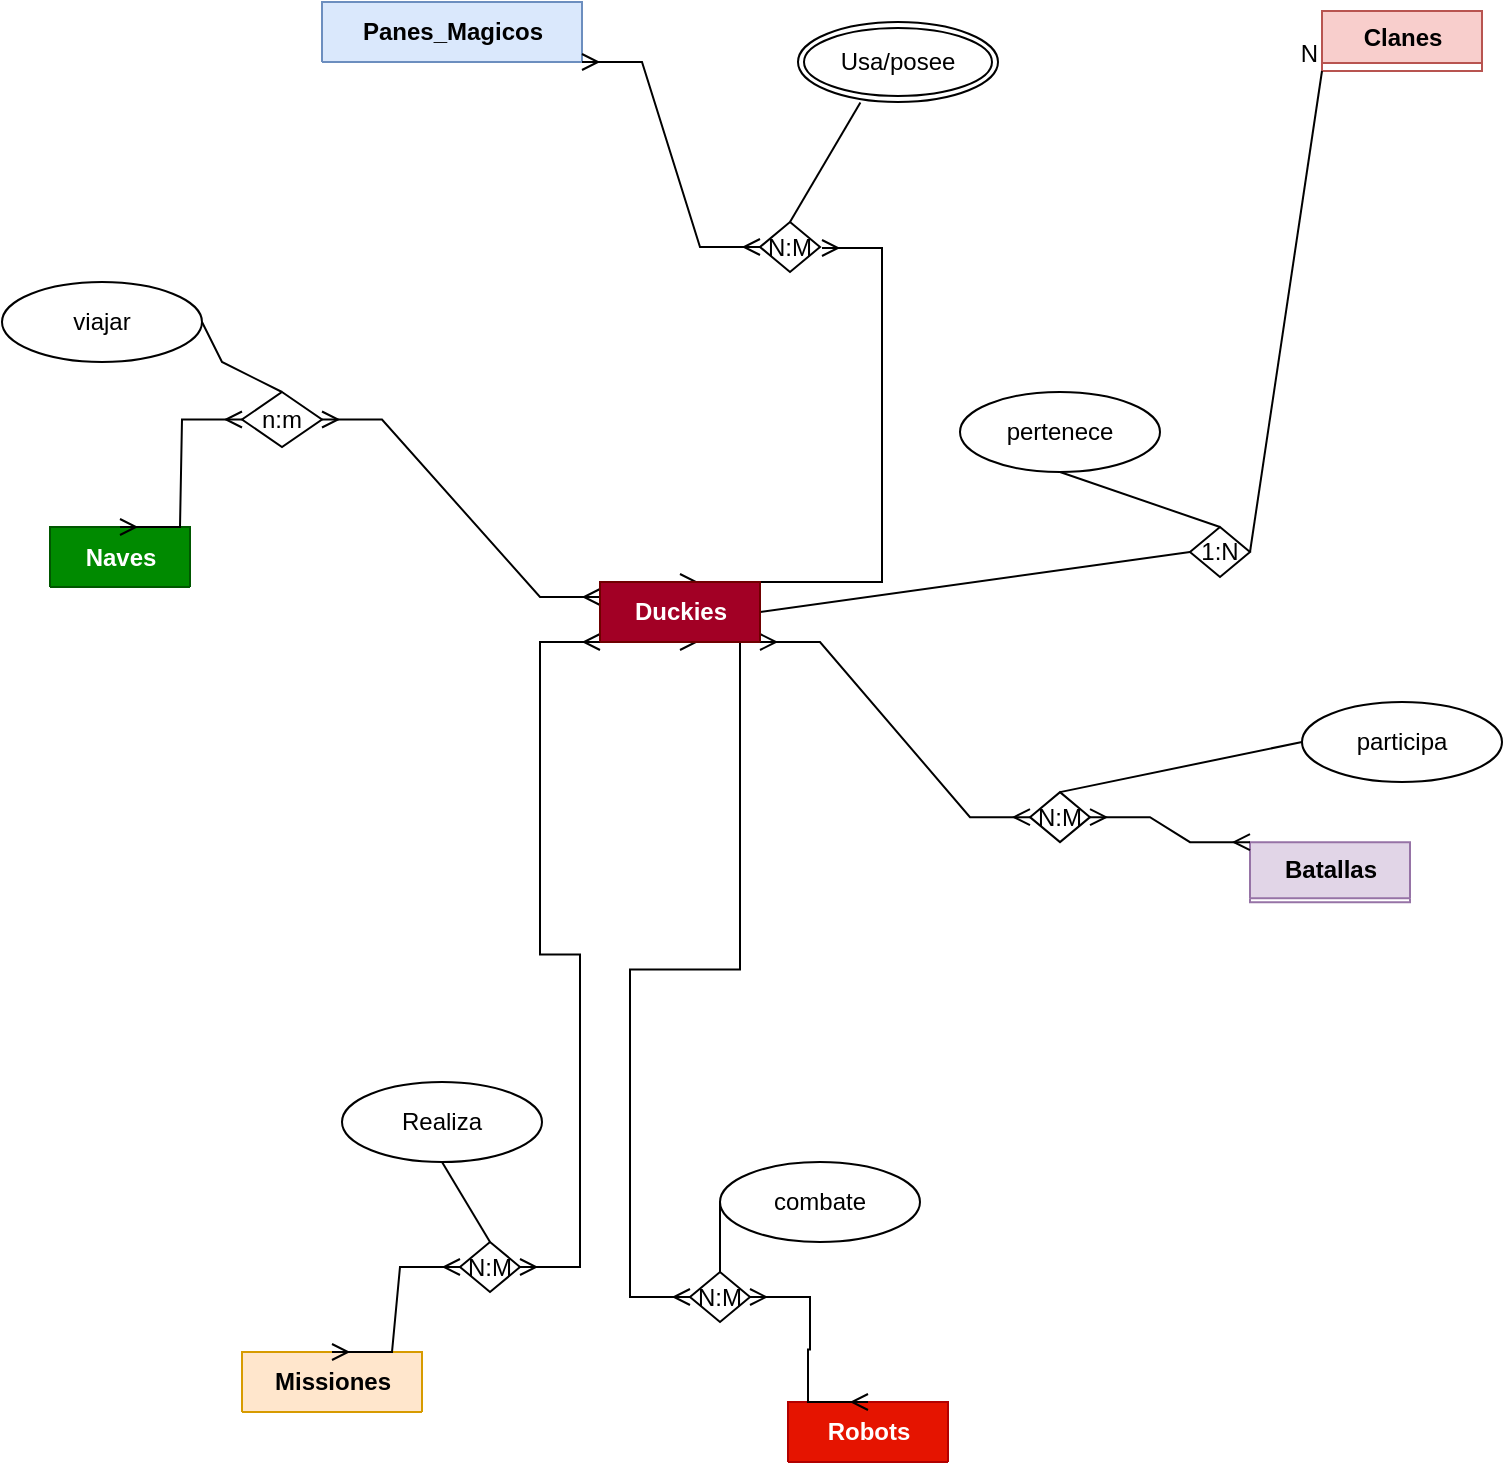
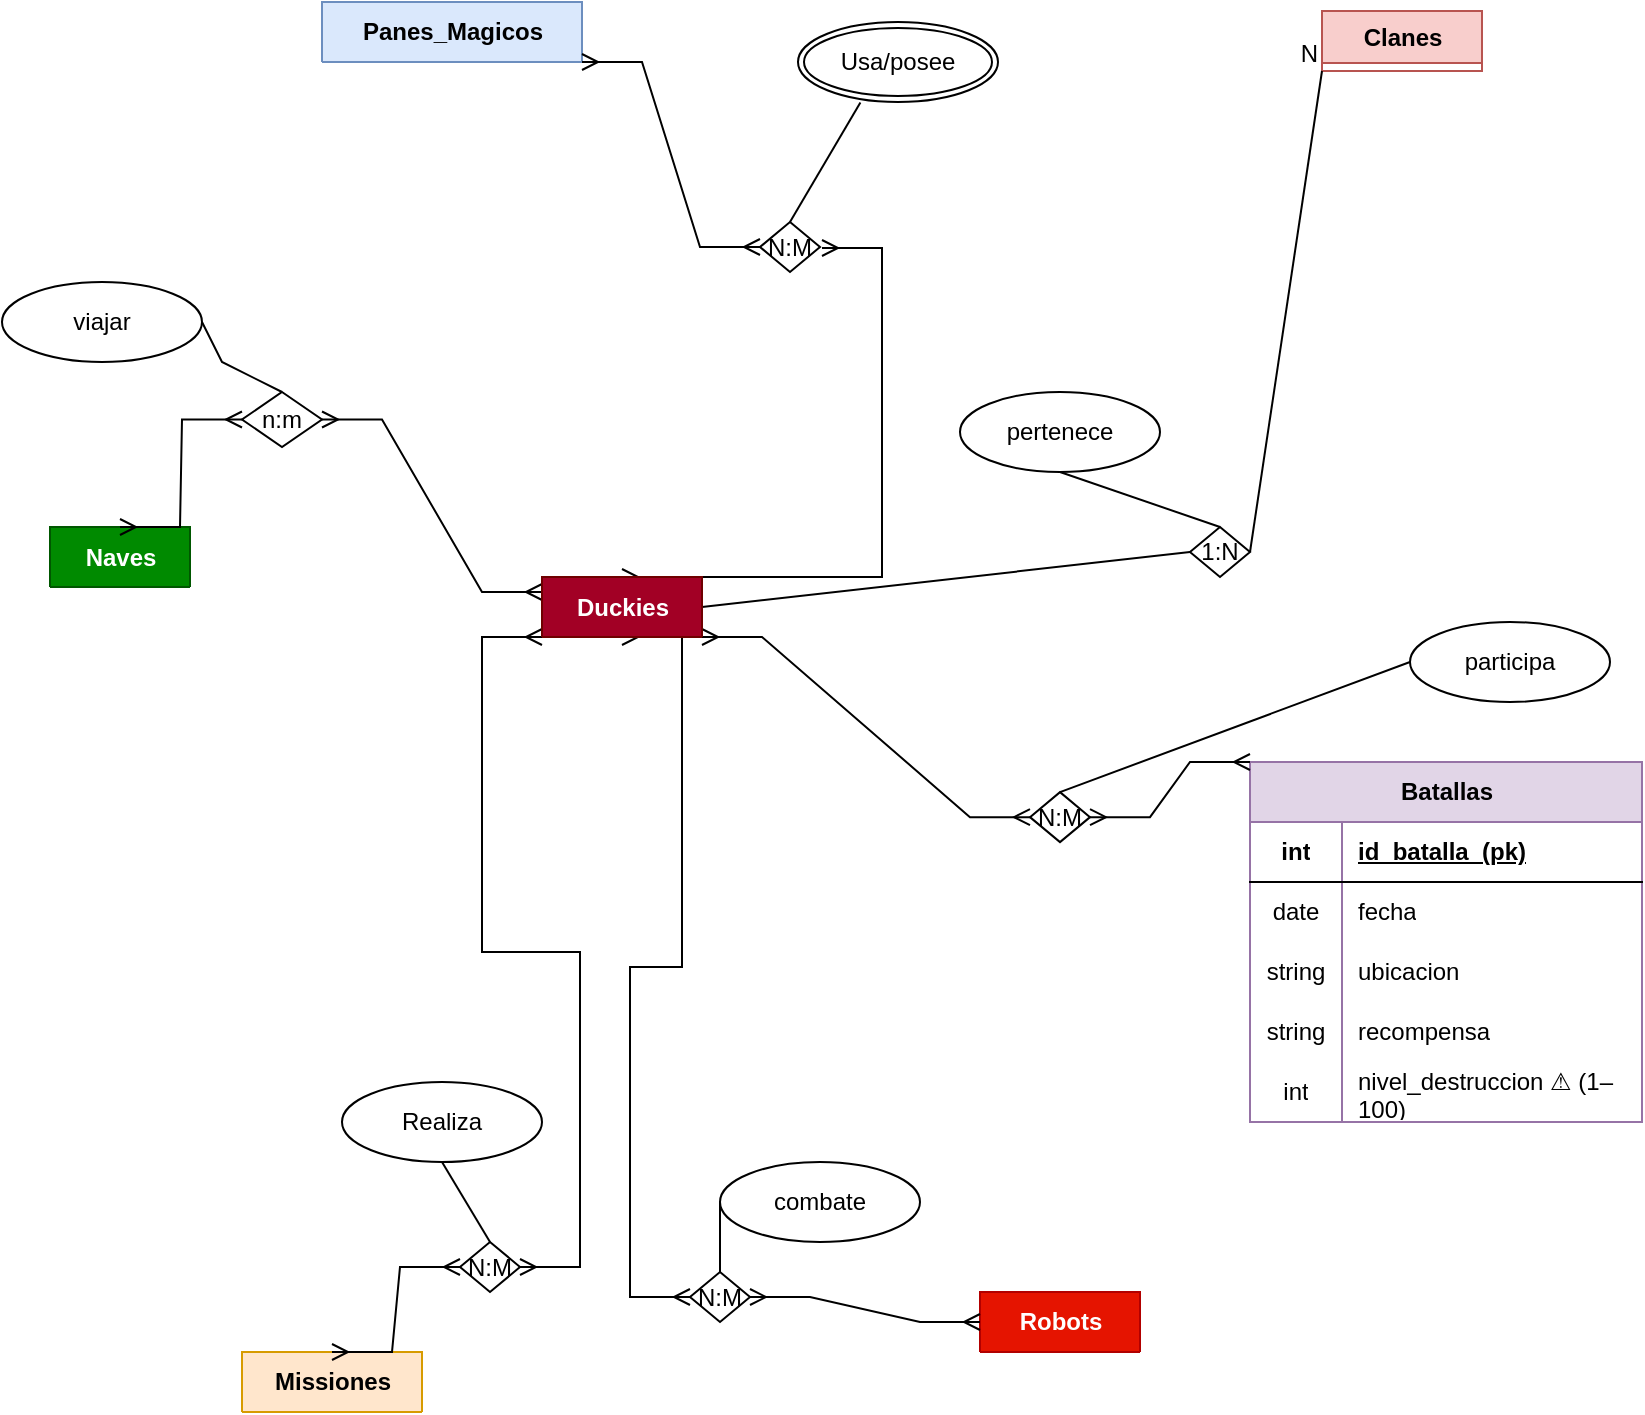
<mxfile host="app.diagrams.net">
  <diagram name="Página-1" id="pun-pYaTGI1S1B05_Hni">
-     <mxGraphModel dx="1117" dy="703" grid="1" gridSize="10" guides="1" tooltips="1" connect="1" arrows="1" fold="1" page="1" pageScale="1" pageWidth="827" pageHeight="1169" math="0" shadow="0">
+     <mxGraphModel dx="1507" dy="776" grid="1" gridSize="10" guides="1" tooltips="1" connect="1" arrows="1" fold="1" page="1" pageScale="1" pageWidth="827" pageHeight="1169" math="0" shadow="0">
      <root>
        <mxCell id="0" />
        <mxCell id="1" parent="0" />
        <mxCell id="mVekMTRCS8lqvIxMUCwH-274" parent="1" style="ellipse;whiteSpace=wrap;html=1;align=center;strokeColor=default;verticalAlign=middle;fontFamily=Helvetica;fontSize=12;fontColor=default;fillColor=default;" value="combate" vertex="1">
          <mxGeometry height="40" width="100" x="359" y="590" as="geometry" />
        </mxCell>
        <mxCell id="mVekMTRCS8lqvIxMUCwH-123" collapsed="1" parent="1" style="shape=table;startSize=26;container=1;collapsible=1;childLayout=tableLayout;fixedRows=1;rowLines=0;fontStyle=1;align=center;resizeLast=1;html=1;strokeColor=#b85450;verticalAlign=middle;fontFamily=Helvetica;fontSize=12;fillColor=#f8cecc;" value="Clanes" vertex="1">
          <mxGeometry height="30" width="80" x="660" y="14.5" as="geometry">
            <mxRectangle height="178" width="150" x="660" y="14.5" as="alternateBounds" />
          </mxGeometry>
        </mxCell>
        <mxCell id="mVekMTRCS8lqvIxMUCwH-124" parent="mVekMTRCS8lqvIxMUCwH-123" style="shape=tableRow;horizontal=0;startSize=0;swimlaneHead=0;swimlaneBody=0;fillColor=none;collapsible=0;dropTarget=0;points=[[0,0.5],[1,0.5]];portConstraint=eastwest;top=0;left=0;right=0;bottom=1;strokeColor=default;align=center;verticalAlign=middle;fontFamily=Helvetica;fontSize=12;fontColor=default;" value="" vertex="1">
          <mxGeometry height="30" width="150" y="26" as="geometry" />
        </mxCell>
        <mxCell id="mVekMTRCS8lqvIxMUCwH-125" parent="mVekMTRCS8lqvIxMUCwH-124" style="shape=partialRectangle;connectable=0;fillColor=none;top=0;left=0;bottom=0;right=0;fontStyle=1;overflow=hidden;whiteSpace=wrap;html=1;strokeColor=default;align=center;verticalAlign=middle;fontFamily=Helvetica;fontSize=12;fontColor=default;" value="int" vertex="1">
          <mxGeometry height="30" width="50" as="geometry">
            <mxRectangle height="30" width="50" as="alternateBounds" />
          </mxGeometry>
        </mxCell>
        <mxCell id="mVekMTRCS8lqvIxMUCwH-126" parent="mVekMTRCS8lqvIxMUCwH-124" style="shape=partialRectangle;connectable=0;fillColor=none;top=0;left=0;bottom=0;right=0;align=left;spacingLeft=6;fontStyle=5;overflow=hidden;whiteSpace=wrap;html=1;strokeColor=default;verticalAlign=middle;fontFamily=Helvetica;fontSize=12;fontColor=default;" value="id_clan (pk)" vertex="1">
          <mxGeometry height="30" width="100" x="50" as="geometry">
            <mxRectangle height="30" width="100" as="alternateBounds" />
          </mxGeometry>
        </mxCell>
        <mxCell id="mVekMTRCS8lqvIxMUCwH-127" parent="mVekMTRCS8lqvIxMUCwH-123" style="shape=tableRow;horizontal=0;startSize=0;swimlaneHead=0;swimlaneBody=0;fillColor=none;collapsible=0;dropTarget=0;points=[[0,0.5],[1,0.5]];portConstraint=eastwest;top=0;left=0;right=0;bottom=0;strokeColor=default;align=center;verticalAlign=middle;fontFamily=Helvetica;fontSize=12;fontColor=default;" value="" vertex="1">
          <mxGeometry height="30" width="150" y="56" as="geometry" />
        </mxCell>
        <mxCell id="mVekMTRCS8lqvIxMUCwH-128" parent="mVekMTRCS8lqvIxMUCwH-127" style="shape=partialRectangle;connectable=0;fillColor=none;top=0;left=0;bottom=0;right=0;editable=1;overflow=hidden;whiteSpace=wrap;html=1;strokeColor=default;align=center;verticalAlign=middle;fontFamily=Helvetica;fontSize=12;fontColor=default;" value="string" vertex="1">
          <mxGeometry height="30" width="50" as="geometry">
            <mxRectangle height="30" width="50" as="alternateBounds" />
          </mxGeometry>
        </mxCell>
        <mxCell id="mVekMTRCS8lqvIxMUCwH-129" parent="mVekMTRCS8lqvIxMUCwH-127" style="shape=partialRectangle;connectable=0;fillColor=none;top=0;left=0;bottom=0;right=0;align=left;spacingLeft=6;overflow=hidden;whiteSpace=wrap;html=1;strokeColor=default;verticalAlign=middle;fontFamily=Helvetica;fontSize=12;fontColor=default;" value="nombre" vertex="1">
          <mxGeometry height="30" width="100" x="50" as="geometry">
            <mxRectangle height="30" width="100" as="alternateBounds" />
          </mxGeometry>
        </mxCell>
        <mxCell id="mVekMTRCS8lqvIxMUCwH-130" parent="mVekMTRCS8lqvIxMUCwH-123" style="shape=tableRow;horizontal=0;startSize=0;swimlaneHead=0;swimlaneBody=0;fillColor=none;collapsible=0;dropTarget=0;points=[[0,0.5],[1,0.5]];portConstraint=eastwest;top=0;left=0;right=0;bottom=0;strokeColor=default;align=center;verticalAlign=middle;fontFamily=Helvetica;fontSize=12;fontColor=default;" value="" vertex="1">
          <mxGeometry height="30" width="150" y="86" as="geometry" />
        </mxCell>
        <mxCell id="mVekMTRCS8lqvIxMUCwH-131" parent="mVekMTRCS8lqvIxMUCwH-130" style="shape=partialRectangle;connectable=0;fillColor=none;top=0;left=0;bottom=0;right=0;editable=1;overflow=hidden;whiteSpace=wrap;html=1;strokeColor=default;align=center;verticalAlign=middle;fontFamily=Helvetica;fontSize=12;fontColor=default;" value="int" vertex="1">
          <mxGeometry height="30" width="50" as="geometry">
            <mxRectangle height="30" width="50" as="alternateBounds" />
          </mxGeometry>
        </mxCell>
        <mxCell id="mVekMTRCS8lqvIxMUCwH-132" parent="mVekMTRCS8lqvIxMUCwH-130" style="shape=partialRectangle;connectable=0;fillColor=none;top=0;left=0;bottom=0;right=0;align=left;spacingLeft=6;overflow=hidden;whiteSpace=wrap;html=1;strokeColor=default;verticalAlign=middle;fontFamily=Helvetica;fontSize=12;fontColor=default;" value="nivel_clan" vertex="1">
          <mxGeometry height="30" width="100" x="50" as="geometry">
            <mxRectangle height="30" width="100" as="alternateBounds" />
          </mxGeometry>
        </mxCell>
        <mxCell id="mVekMTRCS8lqvIxMUCwH-133" parent="mVekMTRCS8lqvIxMUCwH-123" style="shape=tableRow;horizontal=0;startSize=0;swimlaneHead=0;swimlaneBody=0;fillColor=none;collapsible=0;dropTarget=0;points=[[0,0.5],[1,0.5]];portConstraint=eastwest;top=0;left=0;right=0;bottom=0;strokeColor=default;align=center;verticalAlign=middle;fontFamily=Helvetica;fontSize=12;fontColor=default;" value="" vertex="1">
          <mxGeometry height="30" width="150" y="116" as="geometry" />
        </mxCell>
        <mxCell id="mVekMTRCS8lqvIxMUCwH-134" parent="mVekMTRCS8lqvIxMUCwH-133" style="shape=partialRectangle;connectable=0;fillColor=none;top=0;left=0;bottom=0;right=0;editable=1;overflow=hidden;whiteSpace=wrap;html=1;strokeColor=default;align=center;verticalAlign=middle;fontFamily=Helvetica;fontSize=12;fontColor=default;" value="int" vertex="1">
          <mxGeometry height="30" width="50" as="geometry">
            <mxRectangle height="30" width="50" as="alternateBounds" />
          </mxGeometry>
        </mxCell>
        <mxCell id="mVekMTRCS8lqvIxMUCwH-135" parent="mVekMTRCS8lqvIxMUCwH-133" style="shape=partialRectangle;connectable=0;fillColor=none;top=0;left=0;bottom=0;right=0;align=left;spacingLeft=6;overflow=hidden;whiteSpace=wrap;html=1;strokeColor=default;verticalAlign=middle;fontFamily=Helvetica;fontSize=12;fontColor=default;" value="cantidad_panes" vertex="1">
          <mxGeometry height="30" width="100" x="50" as="geometry">
            <mxRectangle height="30" width="100" as="alternateBounds" />
          </mxGeometry>
        </mxCell>
        <mxCell id="mVekMTRCS8lqvIxMUCwH-137" parent="mVekMTRCS8lqvIxMUCwH-123" style="shape=tableRow;horizontal=0;startSize=0;swimlaneHead=0;swimlaneBody=0;fillColor=none;collapsible=0;dropTarget=0;points=[[0,0.5],[1,0.5]];portConstraint=eastwest;top=0;left=0;right=0;bottom=0;strokeColor=default;align=center;verticalAlign=middle;fontFamily=Helvetica;fontSize=12;fontColor=default;" value="" vertex="1">
          <mxGeometry height="28" width="150" y="146" as="geometry" />
        </mxCell>
        <mxCell id="mVekMTRCS8lqvIxMUCwH-138" parent="mVekMTRCS8lqvIxMUCwH-137" style="shape=partialRectangle;connectable=0;fillColor=none;top=0;left=0;bottom=0;right=0;editable=1;overflow=hidden;whiteSpace=wrap;html=1;strokeColor=default;align=center;verticalAlign=middle;fontFamily=Helvetica;fontSize=12;fontColor=default;" value="string" vertex="1">
          <mxGeometry height="28" width="50" as="geometry">
            <mxRectangle height="28" width="50" as="alternateBounds" />
          </mxGeometry>
        </mxCell>
        <mxCell id="mVekMTRCS8lqvIxMUCwH-139" parent="mVekMTRCS8lqvIxMUCwH-137" style="shape=partialRectangle;connectable=0;fillColor=none;top=0;left=0;bottom=0;right=0;align=left;spacingLeft=6;overflow=hidden;whiteSpace=wrap;html=1;strokeColor=default;verticalAlign=middle;fontFamily=Helvetica;fontSize=12;fontColor=default;" value="territorio" vertex="1">
          <mxGeometry height="28" width="100" x="50" as="geometry">
            <mxRectangle height="28" width="100" as="alternateBounds" />
          </mxGeometry>
        </mxCell>
-         <mxCell id="mVekMTRCS8lqvIxMUCwH-140" collapsed="1" parent="1" style="shape=table;startSize=28;container=1;collapsible=1;childLayout=tableLayout;fixedRows=1;rowLines=0;fontStyle=1;align=center;resizeLast=1;html=1;strokeColor=#9673a6;verticalAlign=middle;fontFamily=Helvetica;fontSize=12;fillColor=#e1d5e7;" value="Batallas" vertex="1">
-           <mxGeometry height="30" width="80" x="624" y="430.07" as="geometry">
-             <mxRectangle height="180" width="216" x="564" y="302.5" as="alternateBounds" />
+         <mxCell id="mVekMTRCS8lqvIxMUCwH-140" parent="1" style="shape=table;startSize=30;container=1;collapsible=1;childLayout=tableLayout;fixedRows=1;rowLines=0;fontStyle=1;align=center;resizeLast=1;html=1;strokeColor=#9673a6;verticalAlign=middle;fontFamily=Helvetica;fontSize=12;fillColor=#e1d5e7;" value="Batallas" vertex="1">
+           <mxGeometry height="180" width="196" x="624" y="390" as="geometry">
+             <mxRectangle height="30" width="80" x="624" y="430.07" as="alternateBounds" />
          </mxGeometry>
        </mxCell>
        <mxCell id="mVekMTRCS8lqvIxMUCwH-141" parent="mVekMTRCS8lqvIxMUCwH-140" style="shape=tableRow;horizontal=0;startSize=0;swimlaneHead=0;swimlaneBody=0;fillColor=none;collapsible=0;dropTarget=0;points=[[0,0.5],[1,0.5]];portConstraint=eastwest;top=0;left=0;right=0;bottom=1;strokeColor=default;align=center;verticalAlign=middle;fontFamily=Helvetica;fontSize=12;fontColor=default;" value="" vertex="1">
-           <mxGeometry height="30" width="216" y="28" as="geometry" />
+           <mxGeometry height="30" width="196" y="30" as="geometry" />
        </mxCell>
        <mxCell id="mVekMTRCS8lqvIxMUCwH-142" parent="mVekMTRCS8lqvIxMUCwH-141" style="shape=partialRectangle;connectable=0;fillColor=none;top=0;left=0;bottom=0;right=0;fontStyle=1;overflow=hidden;whiteSpace=wrap;html=1;strokeColor=default;align=center;verticalAlign=middle;fontFamily=Helvetica;fontSize=12;fontColor=default;" value="int" vertex="1">
          <mxGeometry height="30" width="46" as="geometry">
            <mxRectangle height="30" width="46" as="alternateBounds" />
          </mxGeometry>
        </mxCell>
        <mxCell id="mVekMTRCS8lqvIxMUCwH-143" parent="mVekMTRCS8lqvIxMUCwH-141" style="shape=partialRectangle;connectable=0;fillColor=none;top=0;left=0;bottom=0;right=0;align=left;spacingLeft=6;fontStyle=5;overflow=hidden;whiteSpace=wrap;html=1;strokeColor=default;verticalAlign=middle;fontFamily=Helvetica;fontSize=12;fontColor=default;" value="id_batalla&amp;nbsp; (pk)" vertex="1">
-           <mxGeometry height="30" width="170" x="46" as="geometry">
-             <mxRectangle height="30" width="170" as="alternateBounds" />
+           <mxGeometry height="30" width="150" x="46" as="geometry">
+             <mxRectangle height="30" width="150" as="alternateBounds" />
          </mxGeometry>
        </mxCell>
        <mxCell id="mVekMTRCS8lqvIxMUCwH-144" parent="mVekMTRCS8lqvIxMUCwH-140" style="shape=tableRow;horizontal=0;startSize=0;swimlaneHead=0;swimlaneBody=0;fillColor=none;collapsible=0;dropTarget=0;points=[[0,0.5],[1,0.5]];portConstraint=eastwest;top=0;left=0;right=0;bottom=0;strokeColor=default;align=center;verticalAlign=middle;fontFamily=Helvetica;fontSize=12;fontColor=default;" value="" vertex="1">
-           <mxGeometry height="30" width="216" y="58" as="geometry" />
+           <mxGeometry height="30" width="196" y="60" as="geometry" />
        </mxCell>
        <mxCell id="mVekMTRCS8lqvIxMUCwH-145" parent="mVekMTRCS8lqvIxMUCwH-144" style="shape=partialRectangle;connectable=0;fillColor=none;top=0;left=0;bottom=0;right=0;editable=1;overflow=hidden;whiteSpace=wrap;html=1;strokeColor=default;align=center;verticalAlign=middle;fontFamily=Helvetica;fontSize=12;fontColor=default;" value="date" vertex="1">
          <mxGeometry height="30" width="46" as="geometry">
            <mxRectangle height="30" width="46" as="alternateBounds" />
          </mxGeometry>
        </mxCell>
        <mxCell id="mVekMTRCS8lqvIxMUCwH-146" parent="mVekMTRCS8lqvIxMUCwH-144" style="shape=partialRectangle;connectable=0;fillColor=none;top=0;left=0;bottom=0;right=0;align=left;spacingLeft=6;overflow=hidden;whiteSpace=wrap;html=1;strokeColor=default;verticalAlign=middle;fontFamily=Helvetica;fontSize=12;fontColor=default;" value="fecha" vertex="1">
-           <mxGeometry height="30" width="170" x="46" as="geometry">
-             <mxRectangle height="30" width="170" as="alternateBounds" />
+           <mxGeometry height="30" width="150" x="46" as="geometry">
+             <mxRectangle height="30" width="150" as="alternateBounds" />
          </mxGeometry>
        </mxCell>
        <mxCell id="mVekMTRCS8lqvIxMUCwH-147" parent="mVekMTRCS8lqvIxMUCwH-140" style="shape=tableRow;horizontal=0;startSize=0;swimlaneHead=0;swimlaneBody=0;fillColor=none;collapsible=0;dropTarget=0;points=[[0,0.5],[1,0.5]];portConstraint=eastwest;top=0;left=0;right=0;bottom=0;strokeColor=default;align=center;verticalAlign=middle;fontFamily=Helvetica;fontSize=12;fontColor=default;" value="" vertex="1">
-           <mxGeometry height="30" width="216" y="88" as="geometry" />
+           <mxGeometry height="30" width="196" y="90" as="geometry" />
        </mxCell>
        <mxCell id="mVekMTRCS8lqvIxMUCwH-148" parent="mVekMTRCS8lqvIxMUCwH-147" style="shape=partialRectangle;connectable=0;fillColor=none;top=0;left=0;bottom=0;right=0;editable=1;overflow=hidden;whiteSpace=wrap;html=1;strokeColor=default;align=center;verticalAlign=middle;fontFamily=Helvetica;fontSize=12;fontColor=default;" value="string" vertex="1">
          <mxGeometry height="30" width="46" as="geometry">
            <mxRectangle height="30" width="46" as="alternateBounds" />
          </mxGeometry>
        </mxCell>
        <mxCell id="mVekMTRCS8lqvIxMUCwH-149" parent="mVekMTRCS8lqvIxMUCwH-147" style="shape=partialRectangle;connectable=0;fillColor=none;top=0;left=0;bottom=0;right=0;align=left;spacingLeft=6;overflow=hidden;whiteSpace=wrap;html=1;strokeColor=default;verticalAlign=middle;fontFamily=Helvetica;fontSize=12;fontColor=default;" value="ubicacion" vertex="1">
-           <mxGeometry height="30" width="170" x="46" as="geometry">
-             <mxRectangle height="30" width="170" as="alternateBounds" />
+           <mxGeometry height="30" width="150" x="46" as="geometry">
+             <mxRectangle height="30" width="150" as="alternateBounds" />
          </mxGeometry>
        </mxCell>
        <mxCell id="mVekMTRCS8lqvIxMUCwH-150" parent="mVekMTRCS8lqvIxMUCwH-140" style="shape=tableRow;horizontal=0;startSize=0;swimlaneHead=0;swimlaneBody=0;fillColor=none;collapsible=0;dropTarget=0;points=[[0,0.5],[1,0.5]];portConstraint=eastwest;top=0;left=0;right=0;bottom=0;strokeColor=default;align=center;verticalAlign=middle;fontFamily=Helvetica;fontSize=12;fontColor=default;" value="" vertex="1">
-           <mxGeometry height="30" width="216" y="118" as="geometry" />
+           <mxGeometry height="30" width="196" y="120" as="geometry" />
        </mxCell>
        <mxCell id="mVekMTRCS8lqvIxMUCwH-151" parent="mVekMTRCS8lqvIxMUCwH-150" style="shape=partialRectangle;connectable=0;fillColor=none;top=0;left=0;bottom=0;right=0;editable=1;overflow=hidden;whiteSpace=wrap;html=1;strokeColor=default;align=center;verticalAlign=middle;fontFamily=Helvetica;fontSize=12;fontColor=default;" value="string" vertex="1">
          <mxGeometry height="30" width="46" as="geometry">
            <mxRectangle height="30" width="46" as="alternateBounds" />
          </mxGeometry>
        </mxCell>
        <mxCell id="mVekMTRCS8lqvIxMUCwH-152" parent="mVekMTRCS8lqvIxMUCwH-150" style="shape=partialRectangle;connectable=0;fillColor=none;top=0;left=0;bottom=0;right=0;align=left;spacingLeft=6;overflow=hidden;whiteSpace=wrap;html=1;strokeColor=default;verticalAlign=middle;fontFamily=Helvetica;fontSize=12;fontColor=default;" value="recompensa" vertex="1">
-           <mxGeometry height="30" width="170" x="46" as="geometry">
-             <mxRectangle height="30" width="170" as="alternateBounds" />
+           <mxGeometry height="30" width="150" x="46" as="geometry">
+             <mxRectangle height="30" width="150" as="alternateBounds" />
          </mxGeometry>
        </mxCell>
        <mxCell id="mVekMTRCS8lqvIxMUCwH-153" parent="mVekMTRCS8lqvIxMUCwH-140" style="shape=tableRow;horizontal=0;startSize=0;swimlaneHead=0;swimlaneBody=0;fillColor=none;collapsible=0;dropTarget=0;points=[[0,0.5],[1,0.5]];portConstraint=eastwest;top=0;left=0;right=0;bottom=0;strokeColor=default;align=center;verticalAlign=middle;fontFamily=Helvetica;fontSize=12;fontColor=default;" value="" vertex="1">
-           <mxGeometry height="30" width="216" y="148" as="geometry" />
+           <mxGeometry height="30" width="196" y="150" as="geometry" />
        </mxCell>
        <mxCell id="mVekMTRCS8lqvIxMUCwH-154" parent="mVekMTRCS8lqvIxMUCwH-153" style="shape=partialRectangle;connectable=0;fillColor=none;top=0;left=0;bottom=0;right=0;editable=1;overflow=hidden;whiteSpace=wrap;html=1;strokeColor=default;align=center;verticalAlign=middle;fontFamily=Helvetica;fontSize=12;fontColor=default;" value="int" vertex="1">
          <mxGeometry height="30" width="46" as="geometry">
            <mxRectangle height="30" width="46" as="alternateBounds" />
          </mxGeometry>
        </mxCell>
        <mxCell id="mVekMTRCS8lqvIxMUCwH-155" parent="mVekMTRCS8lqvIxMUCwH-153" style="shape=partialRectangle;connectable=0;fillColor=none;top=0;left=0;bottom=0;right=0;align=left;spacingLeft=6;overflow=hidden;whiteSpace=wrap;html=1;strokeColor=default;verticalAlign=middle;fontFamily=Helvetica;fontSize=12;fontColor=default;" value="nivel_destruccion ⚠ (1–100)" vertex="1">
-           <mxGeometry height="30" width="170" x="46" as="geometry">
-             <mxRectangle height="30" width="170" as="alternateBounds" />
+           <mxGeometry height="30" width="150" x="46" as="geometry">
+             <mxRectangle height="30" width="150" as="alternateBounds" />
          </mxGeometry>
        </mxCell>
        <mxCell id="mVekMTRCS8lqvIxMUCwH-156" collapsed="1" parent="1" style="shape=table;startSize=30;container=1;collapsible=1;childLayout=tableLayout;fixedRows=1;rowLines=0;fontStyle=1;align=center;resizeLast=1;html=1;strokeColor=#6c8ebf;verticalAlign=middle;fontFamily=Helvetica;fontSize=12;fillColor=#dae8fc;" value="Panes_Magicos" vertex="1">
          <mxGeometry height="30" width="130" x="160" y="10" as="geometry">
            <mxRectangle height="180" width="140" x="160" y="10" as="alternateBounds" />
          </mxGeometry>
        </mxCell>
        <mxCell id="mVekMTRCS8lqvIxMUCwH-157" parent="mVekMTRCS8lqvIxMUCwH-156" style="shape=tableRow;horizontal=0;startSize=0;swimlaneHead=0;swimlaneBody=0;fillColor=none;collapsible=0;dropTarget=0;points=[[0,0.5],[1,0.5]];portConstraint=eastwest;top=0;left=0;right=0;bottom=1;strokeColor=default;align=center;verticalAlign=middle;fontFamily=Helvetica;fontSize=12;fontColor=default;" value="" vertex="1">
          <mxGeometry height="30" width="140" y="30" as="geometry" />
        </mxCell>
        <mxCell id="mVekMTRCS8lqvIxMUCwH-158" parent="mVekMTRCS8lqvIxMUCwH-157" style="shape=partialRectangle;connectable=0;fillColor=none;top=0;left=0;bottom=0;right=0;fontStyle=1;overflow=hidden;whiteSpace=wrap;html=1;strokeColor=default;align=center;verticalAlign=middle;fontFamily=Helvetica;fontSize=12;fontColor=default;" value="int" vertex="1">
          <mxGeometry height="30" width="30" as="geometry">
            <mxRectangle height="30" width="30" as="alternateBounds" />
          </mxGeometry>
        </mxCell>
        <mxCell id="mVekMTRCS8lqvIxMUCwH-159" parent="mVekMTRCS8lqvIxMUCwH-157" style="shape=partialRectangle;connectable=0;fillColor=none;top=0;left=0;bottom=0;right=0;align=left;spacingLeft=6;fontStyle=5;overflow=hidden;whiteSpace=wrap;html=1;strokeColor=default;verticalAlign=middle;fontFamily=Helvetica;fontSize=12;fontColor=default;" value="id_pan (pk)" vertex="1">
          <mxGeometry height="30" width="110" x="30" as="geometry">
            <mxRectangle height="30" width="110" as="alternateBounds" />
          </mxGeometry>
        </mxCell>
        <mxCell id="mVekMTRCS8lqvIxMUCwH-160" parent="mVekMTRCS8lqvIxMUCwH-156" style="shape=tableRow;horizontal=0;startSize=0;swimlaneHead=0;swimlaneBody=0;fillColor=none;collapsible=0;dropTarget=0;points=[[0,0.5],[1,0.5]];portConstraint=eastwest;top=0;left=0;right=0;bottom=0;strokeColor=default;align=center;verticalAlign=middle;fontFamily=Helvetica;fontSize=12;fontColor=default;" value="" vertex="1">
          <mxGeometry height="30" width="140" y="60" as="geometry" />
        </mxCell>
        <mxCell id="mVekMTRCS8lqvIxMUCwH-161" parent="mVekMTRCS8lqvIxMUCwH-160" style="shape=partialRectangle;connectable=0;fillColor=none;top=0;left=0;bottom=0;right=0;editable=1;overflow=hidden;whiteSpace=wrap;html=1;strokeColor=default;align=center;verticalAlign=middle;fontFamily=Helvetica;fontSize=12;fontColor=default;" value="string" vertex="1">
          <mxGeometry height="30" width="30" as="geometry">
            <mxRectangle height="30" width="30" as="alternateBounds" />
          </mxGeometry>
        </mxCell>
        <mxCell id="mVekMTRCS8lqvIxMUCwH-162" parent="mVekMTRCS8lqvIxMUCwH-160" style="shape=partialRectangle;connectable=0;fillColor=none;top=0;left=0;bottom=0;right=0;align=left;spacingLeft=6;overflow=hidden;whiteSpace=wrap;html=1;strokeColor=default;verticalAlign=middle;fontFamily=Helvetica;fontSize=12;fontColor=default;" value="tipo_pan" vertex="1">
          <mxGeometry height="30" width="110" x="30" as="geometry">
            <mxRectangle height="30" width="110" as="alternateBounds" />
          </mxGeometry>
        </mxCell>
        <mxCell id="mVekMTRCS8lqvIxMUCwH-163" parent="mVekMTRCS8lqvIxMUCwH-156" style="shape=tableRow;horizontal=0;startSize=0;swimlaneHead=0;swimlaneBody=0;fillColor=none;collapsible=0;dropTarget=0;points=[[0,0.5],[1,0.5]];portConstraint=eastwest;top=0;left=0;right=0;bottom=0;strokeColor=default;align=center;verticalAlign=middle;fontFamily=Helvetica;fontSize=12;fontColor=default;" value="" vertex="1">
          <mxGeometry height="30" width="140" y="90" as="geometry" />
        </mxCell>
        <mxCell id="mVekMTRCS8lqvIxMUCwH-164" parent="mVekMTRCS8lqvIxMUCwH-163" style="shape=partialRectangle;connectable=0;fillColor=none;top=0;left=0;bottom=0;right=0;editable=1;overflow=hidden;whiteSpace=wrap;html=1;strokeColor=default;align=center;verticalAlign=middle;fontFamily=Helvetica;fontSize=12;fontColor=default;" value="string" vertex="1">
          <mxGeometry height="30" width="30" as="geometry">
            <mxRectangle height="30" width="30" as="alternateBounds" />
          </mxGeometry>
        </mxCell>
        <mxCell id="mVekMTRCS8lqvIxMUCwH-165" parent="mVekMTRCS8lqvIxMUCwH-163" style="shape=partialRectangle;connectable=0;fillColor=none;top=0;left=0;bottom=0;right=0;align=left;spacingLeft=6;overflow=hidden;whiteSpace=wrap;html=1;strokeColor=default;verticalAlign=middle;fontFamily=Helvetica;fontSize=12;fontColor=default;" value="rareza" vertex="1">
          <mxGeometry height="30" width="110" x="30" as="geometry">
            <mxRectangle height="30" width="110" as="alternateBounds" />
          </mxGeometry>
        </mxCell>
        <mxCell id="mVekMTRCS8lqvIxMUCwH-166" parent="mVekMTRCS8lqvIxMUCwH-156" style="shape=tableRow;horizontal=0;startSize=0;swimlaneHead=0;swimlaneBody=0;fillColor=none;collapsible=0;dropTarget=0;points=[[0,0.5],[1,0.5]];portConstraint=eastwest;top=0;left=0;right=0;bottom=0;strokeColor=default;align=center;verticalAlign=middle;fontFamily=Helvetica;fontSize=12;fontColor=default;" value="" vertex="1">
          <mxGeometry height="30" width="140" y="120" as="geometry" />
        </mxCell>
        <mxCell id="mVekMTRCS8lqvIxMUCwH-167" parent="mVekMTRCS8lqvIxMUCwH-166" style="shape=partialRectangle;connectable=0;fillColor=none;top=0;left=0;bottom=0;right=0;editable=1;overflow=hidden;whiteSpace=wrap;html=1;strokeColor=default;align=center;verticalAlign=middle;fontFamily=Helvetica;fontSize=12;fontColor=default;" value="int" vertex="1">
          <mxGeometry height="30" width="30" as="geometry">
            <mxRectangle height="30" width="30" as="alternateBounds" />
          </mxGeometry>
        </mxCell>
        <mxCell id="mVekMTRCS8lqvIxMUCwH-168" parent="mVekMTRCS8lqvIxMUCwH-166" style="shape=partialRectangle;connectable=0;fillColor=none;top=0;left=0;bottom=0;right=0;align=left;spacingLeft=6;overflow=hidden;whiteSpace=wrap;html=1;strokeColor=default;verticalAlign=middle;fontFamily=Helvetica;fontSize=12;fontColor=default;" value="energia_otorgada" vertex="1">
          <mxGeometry height="30" width="110" x="30" as="geometry">
            <mxRectangle height="30" width="110" as="alternateBounds" />
          </mxGeometry>
        </mxCell>
        <mxCell id="mVekMTRCS8lqvIxMUCwH-169" parent="mVekMTRCS8lqvIxMUCwH-156" style="shape=tableRow;horizontal=0;startSize=0;swimlaneHead=0;swimlaneBody=0;fillColor=none;collapsible=0;dropTarget=0;points=[[0,0.5],[1,0.5]];portConstraint=eastwest;top=0;left=0;right=0;bottom=0;strokeColor=default;align=center;verticalAlign=middle;fontFamily=Helvetica;fontSize=12;fontColor=default;" value="" vertex="1">
          <mxGeometry height="30" width="140" y="150" as="geometry" />
        </mxCell>
        <mxCell id="mVekMTRCS8lqvIxMUCwH-170" parent="mVekMTRCS8lqvIxMUCwH-169" style="shape=partialRectangle;connectable=0;fillColor=none;top=0;left=0;bottom=0;right=0;editable=1;overflow=hidden;whiteSpace=wrap;html=1;strokeColor=default;align=center;verticalAlign=middle;fontFamily=Helvetica;fontSize=12;fontColor=default;" value="float" vertex="1">
          <mxGeometry height="30" width="30" as="geometry">
            <mxRectangle height="30" width="30" as="alternateBounds" />
          </mxGeometry>
        </mxCell>
        <mxCell id="mVekMTRCS8lqvIxMUCwH-171" parent="mVekMTRCS8lqvIxMUCwH-169" style="shape=partialRectangle;connectable=0;fillColor=none;top=0;left=0;bottom=0;right=0;align=left;spacingLeft=6;overflow=hidden;whiteSpace=wrap;html=1;strokeColor=default;verticalAlign=middle;fontFamily=Helvetica;fontSize=12;fontColor=default;" value="precio ⚠ (&amp;gt; 0)" vertex="1">
          <mxGeometry height="30" width="110" x="30" as="geometry">
            <mxRectangle height="30" width="110" as="alternateBounds" />
          </mxGeometry>
        </mxCell>
        <mxCell id="mVekMTRCS8lqvIxMUCwH-172" collapsed="1" parent="1" style="shape=table;startSize=30;container=1;collapsible=1;childLayout=tableLayout;fixedRows=1;rowLines=0;fontStyle=1;align=center;resizeLast=1;html=1;strokeColor=#005700;verticalAlign=middle;fontFamily=Helvetica;fontSize=12;fontColor=#ffffff;fillColor=#008a00;" value="Naves" vertex="1">
          <mxGeometry height="30" width="70" x="24" y="272.5" as="geometry">
            <mxRectangle height="180" width="180" x="24" y="272.5" as="alternateBounds" />
          </mxGeometry>
        </mxCell>
        <mxCell id="mVekMTRCS8lqvIxMUCwH-173" parent="mVekMTRCS8lqvIxMUCwH-172" style="shape=tableRow;horizontal=0;startSize=0;swimlaneHead=0;swimlaneBody=0;fillColor=none;collapsible=0;dropTarget=0;points=[[0,0.5],[1,0.5]];portConstraint=eastwest;top=0;left=0;right=0;bottom=1;strokeColor=default;align=center;verticalAlign=middle;fontFamily=Helvetica;fontSize=12;fontColor=default;" value="" vertex="1">
          <mxGeometry height="30" width="180" y="30" as="geometry" />
        </mxCell>
        <mxCell id="mVekMTRCS8lqvIxMUCwH-174" parent="mVekMTRCS8lqvIxMUCwH-173" style="shape=partialRectangle;connectable=0;fillColor=none;top=0;left=0;bottom=0;right=0;fontStyle=1;overflow=hidden;whiteSpace=wrap;html=1;strokeColor=default;align=center;verticalAlign=middle;fontFamily=Helvetica;fontSize=12;fontColor=default;" value="int" vertex="1">
          <mxGeometry height="30" width="30" as="geometry">
            <mxRectangle height="30" width="30" as="alternateBounds" />
          </mxGeometry>
        </mxCell>
        <mxCell id="mVekMTRCS8lqvIxMUCwH-175" parent="mVekMTRCS8lqvIxMUCwH-173" style="shape=partialRectangle;connectable=0;fillColor=none;top=0;left=0;bottom=0;right=0;align=left;spacingLeft=6;fontStyle=5;overflow=hidden;whiteSpace=wrap;html=1;strokeColor=default;verticalAlign=middle;fontFamily=Helvetica;fontSize=12;fontColor=default;" value="id_nave (pk)" vertex="1">
          <mxGeometry height="30" width="150" x="30" as="geometry">
            <mxRectangle height="30" width="150" as="alternateBounds" />
          </mxGeometry>
        </mxCell>
        <mxCell id="mVekMTRCS8lqvIxMUCwH-176" parent="mVekMTRCS8lqvIxMUCwH-172" style="shape=tableRow;horizontal=0;startSize=0;swimlaneHead=0;swimlaneBody=0;fillColor=none;collapsible=0;dropTarget=0;points=[[0,0.5],[1,0.5]];portConstraint=eastwest;top=0;left=0;right=0;bottom=0;strokeColor=default;align=center;verticalAlign=middle;fontFamily=Helvetica;fontSize=12;fontColor=default;" value="" vertex="1">
          <mxGeometry height="30" width="180" y="60" as="geometry" />
        </mxCell>
        <mxCell id="mVekMTRCS8lqvIxMUCwH-177" parent="mVekMTRCS8lqvIxMUCwH-176" style="shape=partialRectangle;connectable=0;fillColor=none;top=0;left=0;bottom=0;right=0;editable=1;overflow=hidden;whiteSpace=wrap;html=1;strokeColor=default;align=center;verticalAlign=middle;fontFamily=Helvetica;fontSize=12;fontColor=default;" value="string" vertex="1">
          <mxGeometry height="30" width="30" as="geometry">
            <mxRectangle height="30" width="30" as="alternateBounds" />
          </mxGeometry>
        </mxCell>
        <mxCell id="mVekMTRCS8lqvIxMUCwH-178" parent="mVekMTRCS8lqvIxMUCwH-176" style="shape=partialRectangle;connectable=0;fillColor=none;top=0;left=0;bottom=0;right=0;align=left;spacingLeft=6;overflow=hidden;whiteSpace=wrap;html=1;strokeColor=default;verticalAlign=middle;fontFamily=Helvetica;fontSize=12;fontColor=default;" value="nombres" vertex="1">
          <mxGeometry height="30" width="150" x="30" as="geometry">
            <mxRectangle height="30" width="150" as="alternateBounds" />
          </mxGeometry>
        </mxCell>
        <mxCell id="mVekMTRCS8lqvIxMUCwH-179" parent="mVekMTRCS8lqvIxMUCwH-172" style="shape=tableRow;horizontal=0;startSize=0;swimlaneHead=0;swimlaneBody=0;fillColor=none;collapsible=0;dropTarget=0;points=[[0,0.5],[1,0.5]];portConstraint=eastwest;top=0;left=0;right=0;bottom=0;strokeColor=default;align=center;verticalAlign=middle;fontFamily=Helvetica;fontSize=12;fontColor=default;" value="" vertex="1">
          <mxGeometry height="30" width="180" y="90" as="geometry" />
        </mxCell>
        <mxCell id="mVekMTRCS8lqvIxMUCwH-180" parent="mVekMTRCS8lqvIxMUCwH-179" style="shape=partialRectangle;connectable=0;fillColor=none;top=0;left=0;bottom=0;right=0;editable=1;overflow=hidden;whiteSpace=wrap;html=1;strokeColor=default;align=center;verticalAlign=middle;fontFamily=Helvetica;fontSize=12;fontColor=default;" value="int" vertex="1">
          <mxGeometry height="30" width="30" as="geometry">
            <mxRectangle height="30" width="30" as="alternateBounds" />
          </mxGeometry>
        </mxCell>
        <mxCell id="mVekMTRCS8lqvIxMUCwH-181" parent="mVekMTRCS8lqvIxMUCwH-179" style="shape=partialRectangle;connectable=0;fillColor=none;top=0;left=0;bottom=0;right=0;align=left;spacingLeft=6;overflow=hidden;whiteSpace=wrap;html=1;strokeColor=default;verticalAlign=middle;fontFamily=Helvetica;fontSize=12;fontColor=default;" value="velocidad" vertex="1">
          <mxGeometry height="30" width="150" x="30" as="geometry">
            <mxRectangle height="30" width="150" as="alternateBounds" />
          </mxGeometry>
        </mxCell>
        <mxCell id="mVekMTRCS8lqvIxMUCwH-182" parent="mVekMTRCS8lqvIxMUCwH-172" style="shape=tableRow;horizontal=0;startSize=0;swimlaneHead=0;swimlaneBody=0;fillColor=none;collapsible=0;dropTarget=0;points=[[0,0.5],[1,0.5]];portConstraint=eastwest;top=0;left=0;right=0;bottom=0;strokeColor=default;align=center;verticalAlign=middle;fontFamily=Helvetica;fontSize=12;fontColor=default;" value="" vertex="1">
          <mxGeometry height="30" width="180" y="120" as="geometry" />
        </mxCell>
        <mxCell id="mVekMTRCS8lqvIxMUCwH-183" parent="mVekMTRCS8lqvIxMUCwH-182" style="shape=partialRectangle;connectable=0;fillColor=none;top=0;left=0;bottom=0;right=0;editable=1;overflow=hidden;whiteSpace=wrap;html=1;strokeColor=default;align=center;verticalAlign=middle;fontFamily=Helvetica;fontSize=12;fontColor=default;" value="int" vertex="1">
          <mxGeometry height="30" width="30" as="geometry">
            <mxRectangle height="30" width="30" as="alternateBounds" />
          </mxGeometry>
        </mxCell>
        <mxCell id="mVekMTRCS8lqvIxMUCwH-184" parent="mVekMTRCS8lqvIxMUCwH-182" style="shape=partialRectangle;connectable=0;fillColor=none;top=0;left=0;bottom=0;right=0;align=left;spacingLeft=6;overflow=hidden;whiteSpace=wrap;html=1;strokeColor=default;verticalAlign=middle;fontFamily=Helvetica;fontSize=12;fontColor=default;" value="combustible" vertex="1">
          <mxGeometry height="30" width="150" x="30" as="geometry">
            <mxRectangle height="30" width="150" as="alternateBounds" />
          </mxGeometry>
        </mxCell>
        <mxCell id="mVekMTRCS8lqvIxMUCwH-185" parent="mVekMTRCS8lqvIxMUCwH-172" style="shape=tableRow;horizontal=0;startSize=0;swimlaneHead=0;swimlaneBody=0;fillColor=none;collapsible=0;dropTarget=0;points=[[0,0.5],[1,0.5]];portConstraint=eastwest;top=0;left=0;right=0;bottom=0;strokeColor=default;align=center;verticalAlign=middle;fontFamily=Helvetica;fontSize=12;fontColor=default;" value="" vertex="1">
          <mxGeometry height="30" width="180" y="150" as="geometry" />
        </mxCell>
        <mxCell id="mVekMTRCS8lqvIxMUCwH-186" parent="mVekMTRCS8lqvIxMUCwH-185" style="shape=partialRectangle;connectable=0;fillColor=none;top=0;left=0;bottom=0;right=0;editable=1;overflow=hidden;whiteSpace=wrap;html=1;strokeColor=default;align=center;verticalAlign=middle;fontFamily=Helvetica;fontSize=12;fontColor=default;" value="int" vertex="1">
          <mxGeometry height="30" width="30" as="geometry">
            <mxRectangle height="30" width="30" as="alternateBounds" />
          </mxGeometry>
        </mxCell>
        <mxCell id="mVekMTRCS8lqvIxMUCwH-187" parent="mVekMTRCS8lqvIxMUCwH-185" style="shape=partialRectangle;connectable=0;fillColor=none;top=0;left=0;bottom=0;right=0;align=left;spacingLeft=6;overflow=hidden;whiteSpace=wrap;html=1;strokeColor=default;verticalAlign=middle;fontFamily=Helvetica;fontSize=12;fontColor=default;" value="capacidad_duckies" vertex="1">
          <mxGeometry height="30" width="150" x="30" as="geometry">
            <mxRectangle height="30" width="150" as="alternateBounds" />
          </mxGeometry>
        </mxCell>
        <mxCell id="mVekMTRCS8lqvIxMUCwH-188" collapsed="1" parent="1" style="shape=table;startSize=30;container=1;collapsible=1;childLayout=tableLayout;fixedRows=1;rowLines=0;fontStyle=1;align=center;resizeLast=1;html=1;strokeColor=#d79b00;verticalAlign=middle;fontFamily=Helvetica;fontSize=12;fillColor=#ffe6cc;" value="Missiones" vertex="1">
          <mxGeometry height="30" width="90" x="120" y="685" as="geometry">
            <mxRectangle height="180" width="180" x="125" y="545" as="alternateBounds" />
          </mxGeometry>
        </mxCell>
        <mxCell id="mVekMTRCS8lqvIxMUCwH-189" parent="mVekMTRCS8lqvIxMUCwH-188" style="shape=tableRow;horizontal=0;startSize=0;swimlaneHead=0;swimlaneBody=0;fillColor=none;collapsible=0;dropTarget=0;points=[[0,0.5],[1,0.5]];portConstraint=eastwest;top=0;left=0;right=0;bottom=1;strokeColor=default;align=center;verticalAlign=middle;fontFamily=Helvetica;fontSize=12;fontColor=default;" value="" vertex="1">
          <mxGeometry height="30" width="180" y="30" as="geometry" />
        </mxCell>
        <mxCell id="mVekMTRCS8lqvIxMUCwH-190" parent="mVekMTRCS8lqvIxMUCwH-189" style="shape=partialRectangle;connectable=0;fillColor=none;top=0;left=0;bottom=0;right=0;fontStyle=1;overflow=hidden;whiteSpace=wrap;html=1;strokeColor=default;align=center;verticalAlign=middle;fontFamily=Helvetica;fontSize=12;fontColor=default;" value="int" vertex="1">
          <mxGeometry height="30" width="30" as="geometry">
            <mxRectangle height="30" width="30" as="alternateBounds" />
          </mxGeometry>
        </mxCell>
        <mxCell id="mVekMTRCS8lqvIxMUCwH-191" parent="mVekMTRCS8lqvIxMUCwH-189" style="shape=partialRectangle;connectable=0;fillColor=none;top=0;left=0;bottom=0;right=0;align=left;spacingLeft=6;fontStyle=5;overflow=hidden;whiteSpace=wrap;html=1;strokeColor=default;verticalAlign=middle;fontFamily=Helvetica;fontSize=12;fontColor=default;" value="id_mission (pk)" vertex="1">
          <mxGeometry height="30" width="150" x="30" as="geometry">
            <mxRectangle height="30" width="150" as="alternateBounds" />
          </mxGeometry>
        </mxCell>
        <mxCell id="mVekMTRCS8lqvIxMUCwH-192" parent="mVekMTRCS8lqvIxMUCwH-188" style="shape=tableRow;horizontal=0;startSize=0;swimlaneHead=0;swimlaneBody=0;fillColor=none;collapsible=0;dropTarget=0;points=[[0,0.5],[1,0.5]];portConstraint=eastwest;top=0;left=0;right=0;bottom=0;strokeColor=default;align=center;verticalAlign=middle;fontFamily=Helvetica;fontSize=12;fontColor=default;" value="" vertex="1">
          <mxGeometry height="30" width="180" y="60" as="geometry" />
        </mxCell>
        <mxCell id="mVekMTRCS8lqvIxMUCwH-193" parent="mVekMTRCS8lqvIxMUCwH-192" style="shape=partialRectangle;connectable=0;fillColor=none;top=0;left=0;bottom=0;right=0;editable=1;overflow=hidden;whiteSpace=wrap;html=1;strokeColor=default;align=center;verticalAlign=middle;fontFamily=Helvetica;fontSize=12;fontColor=default;" value="string" vertex="1">
          <mxGeometry height="30" width="30" as="geometry">
            <mxRectangle height="30" width="30" as="alternateBounds" />
          </mxGeometry>
        </mxCell>
        <mxCell id="mVekMTRCS8lqvIxMUCwH-194" parent="mVekMTRCS8lqvIxMUCwH-192" style="shape=partialRectangle;connectable=0;fillColor=none;top=0;left=0;bottom=0;right=0;align=left;spacingLeft=6;overflow=hidden;whiteSpace=wrap;html=1;strokeColor=default;verticalAlign=middle;fontFamily=Helvetica;fontSize=12;fontColor=default;" value="nombre" vertex="1">
          <mxGeometry height="30" width="150" x="30" as="geometry">
            <mxRectangle height="30" width="150" as="alternateBounds" />
          </mxGeometry>
        </mxCell>
        <mxCell id="mVekMTRCS8lqvIxMUCwH-195" parent="mVekMTRCS8lqvIxMUCwH-188" style="shape=tableRow;horizontal=0;startSize=0;swimlaneHead=0;swimlaneBody=0;fillColor=none;collapsible=0;dropTarget=0;points=[[0,0.5],[1,0.5]];portConstraint=eastwest;top=0;left=0;right=0;bottom=0;strokeColor=default;align=center;verticalAlign=middle;fontFamily=Helvetica;fontSize=12;fontColor=default;" value="" vertex="1">
          <mxGeometry height="30" width="180" y="90" as="geometry" />
        </mxCell>
        <mxCell id="mVekMTRCS8lqvIxMUCwH-196" parent="mVekMTRCS8lqvIxMUCwH-195" style="shape=partialRectangle;connectable=0;fillColor=none;top=0;left=0;bottom=0;right=0;editable=1;overflow=hidden;whiteSpace=wrap;html=1;strokeColor=default;align=center;verticalAlign=middle;fontFamily=Helvetica;fontSize=12;fontColor=default;" value="int" vertex="1">
          <mxGeometry height="30" width="30" as="geometry">
            <mxRectangle height="30" width="30" as="alternateBounds" />
          </mxGeometry>
        </mxCell>
        <mxCell id="mVekMTRCS8lqvIxMUCwH-197" parent="mVekMTRCS8lqvIxMUCwH-195" style="shape=partialRectangle;connectable=0;fillColor=none;top=0;left=0;bottom=0;right=0;align=left;spacingLeft=6;overflow=hidden;whiteSpace=wrap;html=1;strokeColor=default;verticalAlign=middle;fontFamily=Helvetica;fontSize=12;fontColor=default;" value="dificultad ⚠ (1–10)" vertex="1">
          <mxGeometry height="30" width="150" x="30" as="geometry">
            <mxRectangle height="30" width="150" as="alternateBounds" />
          </mxGeometry>
        </mxCell>
        <mxCell id="mVekMTRCS8lqvIxMUCwH-198" parent="mVekMTRCS8lqvIxMUCwH-188" style="shape=tableRow;horizontal=0;startSize=0;swimlaneHead=0;swimlaneBody=0;fillColor=none;collapsible=0;dropTarget=0;points=[[0,0.5],[1,0.5]];portConstraint=eastwest;top=0;left=0;right=0;bottom=0;strokeColor=default;align=center;verticalAlign=middle;fontFamily=Helvetica;fontSize=12;fontColor=default;" value="" vertex="1">
          <mxGeometry height="30" width="180" y="120" as="geometry" />
        </mxCell>
        <mxCell id="mVekMTRCS8lqvIxMUCwH-199" parent="mVekMTRCS8lqvIxMUCwH-198" style="shape=partialRectangle;connectable=0;fillColor=none;top=0;left=0;bottom=0;right=0;editable=1;overflow=hidden;whiteSpace=wrap;html=1;strokeColor=default;align=center;verticalAlign=middle;fontFamily=Helvetica;fontSize=12;fontColor=default;" value="string" vertex="1">
          <mxGeometry height="30" width="30" as="geometry">
            <mxRectangle height="30" width="30" as="alternateBounds" />
          </mxGeometry>
        </mxCell>
        <mxCell id="mVekMTRCS8lqvIxMUCwH-200" parent="mVekMTRCS8lqvIxMUCwH-198" style="shape=partialRectangle;connectable=0;fillColor=none;top=0;left=0;bottom=0;right=0;align=left;spacingLeft=6;overflow=hidden;whiteSpace=wrap;html=1;strokeColor=default;verticalAlign=middle;fontFamily=Helvetica;fontSize=12;fontColor=default;" value="recompensa" vertex="1">
          <mxGeometry height="30" width="150" x="30" as="geometry">
            <mxRectangle height="30" width="150" as="alternateBounds" />
          </mxGeometry>
        </mxCell>
        <mxCell id="mVekMTRCS8lqvIxMUCwH-201" parent="mVekMTRCS8lqvIxMUCwH-188" style="shape=tableRow;horizontal=0;startSize=0;swimlaneHead=0;swimlaneBody=0;fillColor=none;collapsible=0;dropTarget=0;points=[[0,0.5],[1,0.5]];portConstraint=eastwest;top=0;left=0;right=0;bottom=0;strokeColor=default;align=center;verticalAlign=middle;fontFamily=Helvetica;fontSize=12;fontColor=default;" value="" vertex="1">
          <mxGeometry height="30" width="180" y="150" as="geometry" />
        </mxCell>
        <mxCell id="mVekMTRCS8lqvIxMUCwH-202" parent="mVekMTRCS8lqvIxMUCwH-201" style="shape=partialRectangle;connectable=0;fillColor=none;top=0;left=0;bottom=0;right=0;editable=1;overflow=hidden;whiteSpace=wrap;html=1;strokeColor=default;align=center;verticalAlign=middle;fontFamily=Helvetica;fontSize=12;fontColor=default;" value="string" vertex="1">
          <mxGeometry height="30" width="30" as="geometry">
            <mxRectangle height="30" width="30" as="alternateBounds" />
          </mxGeometry>
        </mxCell>
        <mxCell id="mVekMTRCS8lqvIxMUCwH-203" parent="mVekMTRCS8lqvIxMUCwH-201" style="shape=partialRectangle;connectable=0;fillColor=none;top=0;left=0;bottom=0;right=0;align=left;spacingLeft=6;overflow=hidden;whiteSpace=wrap;html=1;strokeColor=default;verticalAlign=middle;fontFamily=Helvetica;fontSize=12;fontColor=default;" value="planeta" vertex="1">
          <mxGeometry height="30" width="150" x="30" as="geometry">
            <mxRectangle height="30" width="150" as="alternateBounds" />
          </mxGeometry>
        </mxCell>
        <mxCell id="mVekMTRCS8lqvIxMUCwH-204" collapsed="1" parent="1" style="shape=table;startSize=30;container=1;collapsible=1;childLayout=tableLayout;fixedRows=1;rowLines=0;fontStyle=1;align=center;resizeLast=1;html=1;strokeColor=#B20000;verticalAlign=middle;fontFamily=Helvetica;fontSize=12;fontColor=#ffffff;fillColor=#e51400;" value="Robots" vertex="1">
-           <mxGeometry height="30" width="80" x="393" y="710" as="geometry">
-             <mxRectangle height="180" width="202" x="398" y="570" as="alternateBounds" />
+           <mxGeometry height="30" width="80" x="489" y="655" as="geometry">
+             <mxRectangle height="180" width="202" x="489" y="655" as="alternateBounds" />
          </mxGeometry>
        </mxCell>
        <mxCell id="mVekMTRCS8lqvIxMUCwH-205" parent="mVekMTRCS8lqvIxMUCwH-204" style="shape=tableRow;horizontal=0;startSize=0;swimlaneHead=0;swimlaneBody=0;fillColor=none;collapsible=0;dropTarget=0;points=[[0,0.5],[1,0.5]];portConstraint=eastwest;top=0;left=0;right=0;bottom=1;strokeColor=default;align=center;verticalAlign=middle;fontFamily=Helvetica;fontSize=12;fontColor=default;" value="" vertex="1">
          <mxGeometry height="30" width="202" y="30" as="geometry" />
        </mxCell>
        <mxCell id="mVekMTRCS8lqvIxMUCwH-206" parent="mVekMTRCS8lqvIxMUCwH-205" style="shape=partialRectangle;connectable=0;fillColor=none;top=0;left=0;bottom=0;right=0;fontStyle=1;overflow=hidden;whiteSpace=wrap;html=1;strokeColor=default;align=center;verticalAlign=middle;fontFamily=Helvetica;fontSize=12;fontColor=default;" value="int" vertex="1">
          <mxGeometry height="30" width="52" as="geometry">
            <mxRectangle height="30" width="52" as="alternateBounds" />
          </mxGeometry>
        </mxCell>
        <mxCell id="mVekMTRCS8lqvIxMUCwH-207" parent="mVekMTRCS8lqvIxMUCwH-205" style="shape=partialRectangle;connectable=0;fillColor=none;top=0;left=0;bottom=0;right=0;align=left;spacingLeft=6;fontStyle=5;overflow=hidden;whiteSpace=wrap;html=1;strokeColor=default;verticalAlign=middle;fontFamily=Helvetica;fontSize=12;fontColor=default;" value="id_robot&amp;nbsp; (pk)" vertex="1">
          <mxGeometry height="30" width="150" x="52" as="geometry">
            <mxRectangle height="30" width="150" as="alternateBounds" />
          </mxGeometry>
        </mxCell>
        <mxCell id="mVekMTRCS8lqvIxMUCwH-208" parent="mVekMTRCS8lqvIxMUCwH-204" style="shape=tableRow;horizontal=0;startSize=0;swimlaneHead=0;swimlaneBody=0;fillColor=none;collapsible=0;dropTarget=0;points=[[0,0.5],[1,0.5]];portConstraint=eastwest;top=0;left=0;right=0;bottom=0;strokeColor=default;align=center;verticalAlign=middle;fontFamily=Helvetica;fontSize=12;fontColor=default;" value="" vertex="1">
          <mxGeometry height="30" width="202" y="60" as="geometry" />
        </mxCell>
        <mxCell id="mVekMTRCS8lqvIxMUCwH-209" parent="mVekMTRCS8lqvIxMUCwH-208" style="shape=partialRectangle;connectable=0;fillColor=none;top=0;left=0;bottom=0;right=0;editable=1;overflow=hidden;whiteSpace=wrap;html=1;strokeColor=default;align=center;verticalAlign=middle;fontFamily=Helvetica;fontSize=12;fontColor=default;" value="string" vertex="1">
          <mxGeometry height="30" width="52" as="geometry">
            <mxRectangle height="30" width="52" as="alternateBounds" />
          </mxGeometry>
        </mxCell>
        <mxCell id="mVekMTRCS8lqvIxMUCwH-210" parent="mVekMTRCS8lqvIxMUCwH-208" style="shape=partialRectangle;connectable=0;fillColor=none;top=0;left=0;bottom=0;right=0;align=left;spacingLeft=6;overflow=hidden;whiteSpace=wrap;html=1;strokeColor=default;verticalAlign=middle;fontFamily=Helvetica;fontSize=12;fontColor=default;" value="nombre" vertex="1">
          <mxGeometry height="30" width="150" x="52" as="geometry">
            <mxRectangle height="30" width="150" as="alternateBounds" />
          </mxGeometry>
        </mxCell>
        <mxCell id="mVekMTRCS8lqvIxMUCwH-211" parent="mVekMTRCS8lqvIxMUCwH-204" style="shape=tableRow;horizontal=0;startSize=0;swimlaneHead=0;swimlaneBody=0;fillColor=none;collapsible=0;dropTarget=0;points=[[0,0.5],[1,0.5]];portConstraint=eastwest;top=0;left=0;right=0;bottom=0;strokeColor=default;align=center;verticalAlign=middle;fontFamily=Helvetica;fontSize=12;fontColor=default;" value="" vertex="1">
          <mxGeometry height="30" width="202" y="90" as="geometry" />
        </mxCell>
        <mxCell id="mVekMTRCS8lqvIxMUCwH-212" parent="mVekMTRCS8lqvIxMUCwH-211" style="shape=partialRectangle;connectable=0;fillColor=none;top=0;left=0;bottom=0;right=0;editable=1;overflow=hidden;whiteSpace=wrap;html=1;strokeColor=default;align=center;verticalAlign=middle;fontFamily=Helvetica;fontSize=12;fontColor=default;" value="int" vertex="1">
          <mxGeometry height="30" width="52" as="geometry">
            <mxRectangle height="30" width="52" as="alternateBounds" />
          </mxGeometry>
        </mxCell>
        <mxCell id="mVekMTRCS8lqvIxMUCwH-213" parent="mVekMTRCS8lqvIxMUCwH-211" style="shape=partialRectangle;connectable=0;fillColor=none;top=0;left=0;bottom=0;right=0;align=left;spacingLeft=6;overflow=hidden;whiteSpace=wrap;html=1;strokeColor=default;verticalAlign=middle;fontFamily=Helvetica;fontSize=12;fontColor=default;" value="nivel_amenaza" vertex="1">
          <mxGeometry height="30" width="150" x="52" as="geometry">
            <mxRectangle height="30" width="150" as="alternateBounds" />
          </mxGeometry>
        </mxCell>
        <mxCell id="mVekMTRCS8lqvIxMUCwH-214" parent="mVekMTRCS8lqvIxMUCwH-204" style="shape=tableRow;horizontal=0;startSize=0;swimlaneHead=0;swimlaneBody=0;fillColor=none;collapsible=0;dropTarget=0;points=[[0,0.5],[1,0.5]];portConstraint=eastwest;top=0;left=0;right=0;bottom=0;strokeColor=default;align=center;verticalAlign=middle;fontFamily=Helvetica;fontSize=12;fontColor=default;" value="" vertex="1">
          <mxGeometry height="30" width="202" y="120" as="geometry" />
        </mxCell>
        <mxCell id="mVekMTRCS8lqvIxMUCwH-215" parent="mVekMTRCS8lqvIxMUCwH-214" style="shape=partialRectangle;connectable=0;fillColor=none;top=0;left=0;bottom=0;right=0;editable=1;overflow=hidden;whiteSpace=wrap;html=1;strokeColor=default;align=center;verticalAlign=middle;fontFamily=Helvetica;fontSize=12;fontColor=default;" value="int" vertex="1">
          <mxGeometry height="30" width="52" as="geometry">
            <mxRectangle height="30" width="52" as="alternateBounds" />
          </mxGeometry>
        </mxCell>
        <mxCell id="mVekMTRCS8lqvIxMUCwH-216" parent="mVekMTRCS8lqvIxMUCwH-214" style="shape=partialRectangle;connectable=0;fillColor=none;top=0;left=0;bottom=0;right=0;align=left;spacingLeft=6;overflow=hidden;whiteSpace=wrap;html=1;strokeColor=default;verticalAlign=middle;fontFamily=Helvetica;fontSize=12;fontColor=default;" value="cantidad_lasers ⚠ (≤ 20)" vertex="1">
          <mxGeometry height="30" width="150" x="52" as="geometry">
            <mxRectangle height="30" width="150" as="alternateBounds" />
          </mxGeometry>
        </mxCell>
        <mxCell id="mVekMTRCS8lqvIxMUCwH-230" parent="mVekMTRCS8lqvIxMUCwH-204" style="shape=tableRow;horizontal=0;startSize=0;swimlaneHead=0;swimlaneBody=0;fillColor=none;collapsible=0;dropTarget=0;points=[[0,0.5],[1,0.5]];portConstraint=eastwest;top=0;left=0;right=0;bottom=0;strokeColor=default;align=center;verticalAlign=middle;fontFamily=Helvetica;fontSize=12;fontColor=default;" value="" vertex="1">
          <mxGeometry height="30" width="202" y="150" as="geometry" />
        </mxCell>
        <mxCell id="mVekMTRCS8lqvIxMUCwH-231" parent="mVekMTRCS8lqvIxMUCwH-230" style="shape=partialRectangle;connectable=0;fillColor=none;top=0;left=0;bottom=0;right=0;editable=1;overflow=hidden;whiteSpace=wrap;html=1;strokeColor=default;align=center;verticalAlign=middle;fontFamily=Helvetica;fontSize=12;fontColor=default;" value="boleano" vertex="1">
          <mxGeometry height="30" width="52" as="geometry">
            <mxRectangle height="30" width="52" as="alternateBounds" />
          </mxGeometry>
        </mxCell>
        <mxCell id="mVekMTRCS8lqvIxMUCwH-232" parent="mVekMTRCS8lqvIxMUCwH-230" style="shape=partialRectangle;connectable=0;fillColor=none;top=0;left=0;bottom=0;right=0;align=left;spacingLeft=6;overflow=hidden;whiteSpace=wrap;html=1;strokeColor=default;verticalAlign=middle;fontFamily=Helvetica;fontSize=12;fontColor=default;" value="jefe_final (booleano)" vertex="1">
          <mxGeometry height="30" width="150" x="52" as="geometry">
            <mxRectangle height="30" width="150" as="alternateBounds" />
          </mxGeometry>
        </mxCell>
        <mxCell id="mVekMTRCS8lqvIxMUCwH-233" parent="1" style="shape=rhombus;perimeter=rhombusPerimeter;whiteSpace=wrap;html=1;align=center;strokeColor=default;verticalAlign=middle;fontFamily=Helvetica;fontSize=12;fontColor=default;fillColor=default;" value="1:N" vertex="1">
          <mxGeometry height="25" width="30" x="594" y="272.5" as="geometry" />
        </mxCell>
        <mxCell id="mVekMTRCS8lqvIxMUCwH-234" edge="1" parent="1" source="mVekMTRCS8lqvIxMUCwH-1" style="endArrow=none;html=1;rounded=0;fontFamily=Helvetica;fontSize=12;fontColor=default;entryX=0;entryY=0.5;entryDx=0;entryDy=0;exitX=1;exitY=0.5;exitDx=0;exitDy=0;" target="mVekMTRCS8lqvIxMUCwH-233" value="">
          <mxGeometry relative="1" as="geometry">
            <Array as="points" />
            <mxPoint x="184" y="207" as="sourcePoint" />
            <mxPoint x="224" y="207.5" as="targetPoint" />
          </mxGeometry>
        </mxCell>
        <mxCell id="mVekMTRCS8lqvIxMUCwH-239" parent="1" style="ellipse;whiteSpace=wrap;html=1;align=center;strokeColor=default;verticalAlign=middle;fontFamily=Helvetica;fontSize=12;fontColor=default;fillColor=default;" value="pertenece" vertex="1">
          <mxGeometry height="40" width="100" x="479" y="205" as="geometry" />
        </mxCell>
        <mxCell id="mVekMTRCS8lqvIxMUCwH-242" edge="1" parent="1" source="mVekMTRCS8lqvIxMUCwH-233" style="endArrow=none;html=1;rounded=0;fontFamily=Helvetica;fontSize=12;fontColor=default;entryX=0;entryY=1;entryDx=0;entryDy=0;exitX=1;exitY=0.5;exitDx=0;exitDy=0;" target="mVekMTRCS8lqvIxMUCwH-123" value="">
          <mxGeometry relative="1" as="geometry">
            <mxPoint x="324" y="202.5" as="sourcePoint" />
            <mxPoint x="404" y="202" as="targetPoint" />
          </mxGeometry>
        </mxCell>
        <mxCell id="mVekMTRCS8lqvIxMUCwH-243" connectable="0" parent="mVekMTRCS8lqvIxMUCwH-242" style="resizable=0;html=1;whiteSpace=wrap;align=right;verticalAlign=bottom;strokeColor=default;fontFamily=Helvetica;fontSize=12;fontColor=default;fillColor=default;" value="N" vertex="1">
          <mxGeometry relative="1" x="1" as="geometry" />
        </mxCell>
        <mxCell id="mVekMTRCS8lqvIxMUCwH-244" parent="1" style="shape=rhombus;perimeter=rhombusPerimeter;whiteSpace=wrap;html=1;align=center;strokeColor=default;verticalAlign=middle;fontFamily=Helvetica;fontSize=12;fontColor=default;fillColor=default;" value="N:M" vertex="1">
          <mxGeometry height="25" width="30" x="514" y="405.07" as="geometry" />
        </mxCell>
        <mxCell id="mVekMTRCS8lqvIxMUCwH-256" parent="1" style="ellipse;whiteSpace=wrap;html=1;align=center;strokeColor=default;verticalAlign=middle;fontFamily=Helvetica;fontSize=12;fontColor=default;fillColor=default;" value="participa" vertex="1">
-           <mxGeometry height="40" width="100" x="650" y="360" as="geometry" />
+           <mxGeometry height="40" width="100" x="704" y="320" as="geometry" />
        </mxCell>
        <mxCell id="mVekMTRCS8lqvIxMUCwH-258" parent="1" style="shape=rhombus;perimeter=rhombusPerimeter;whiteSpace=wrap;html=1;align=center;strokeColor=default;verticalAlign=middle;fontFamily=Helvetica;fontSize=12;fontColor=default;fillColor=default;" value="N:M" vertex="1">
          <mxGeometry height="25" width="30" x="379" y="120" as="geometry" />
        </mxCell>
        <mxCell id="mVekMTRCS8lqvIxMUCwH-261" parent="1" style="ellipse;shape=doubleEllipse;margin=3;whiteSpace=wrap;html=1;align=center;strokeColor=default;verticalAlign=middle;fontFamily=Helvetica;fontSize=12;fontColor=default;fillColor=default;" value="Usa/posee" vertex="1">
          <mxGeometry height="40" width="100" x="398" y="20" as="geometry" />
        </mxCell>
        <mxCell id="mVekMTRCS8lqvIxMUCwH-266" parent="1" style="shape=rhombus;perimeter=rhombusPerimeter;whiteSpace=wrap;html=1;align=center;strokeColor=default;verticalAlign=middle;fontFamily=Helvetica;fontSize=12;fontColor=default;fillColor=default;" value="N:M" vertex="1">
          <mxGeometry height="25" width="30" x="229" y="630" as="geometry" />
        </mxCell>
        <mxCell id="mVekMTRCS8lqvIxMUCwH-269" parent="1" style="ellipse;whiteSpace=wrap;html=1;align=center;strokeColor=default;verticalAlign=middle;fontFamily=Helvetica;fontSize=12;fontColor=default;fillColor=default;" value="Realiza" vertex="1">
          <mxGeometry height="40" width="100" x="170" y="550" as="geometry" />
        </mxCell>
        <mxCell id="mVekMTRCS8lqvIxMUCwH-271" parent="1" style="shape=rhombus;perimeter=rhombusPerimeter;whiteSpace=wrap;html=1;align=center;strokeColor=default;verticalAlign=middle;fontFamily=Helvetica;fontSize=12;fontColor=default;fillColor=default;" value="N:M" vertex="1">
          <mxGeometry height="25" width="30" x="344" y="645" as="geometry" />
        </mxCell>
        <mxCell id="mVekMTRCS8lqvIxMUCwH-285" parent="1" style="shape=rhombus;perimeter=rhombusPerimeter;whiteSpace=wrap;html=1;align=center;strokeColor=default;verticalAlign=middle;fontFamily=Helvetica;fontSize=12;fontColor=default;fillColor=default;" value="n:m" vertex="1">
          <mxGeometry height="27.5" width="40" x="120" y="205" as="geometry" />
        </mxCell>
        <mxCell id="mVekMTRCS8lqvIxMUCwH-290" parent="1" style="ellipse;whiteSpace=wrap;html=1;align=center;strokeColor=default;verticalAlign=middle;fontFamily=Helvetica;fontSize=12;fontColor=default;fillColor=default;" value="viajar" vertex="1">
          <mxGeometry height="40" width="100" y="150" as="geometry" />
        </mxCell>
        <mxCell id="mVekMTRCS8lqvIxMUCwH-308" edge="1" parent="1" source="mVekMTRCS8lqvIxMUCwH-266" style="edgeStyle=entityRelationEdgeStyle;fontSize=12;html=1;endArrow=ERmany;startArrow=ERmany;rounded=0;fontFamily=Helvetica;fontColor=default;entryX=0;entryY=1;entryDx=0;entryDy=0;exitX=1;exitY=0.5;exitDx=0;exitDy=0;" target="mVekMTRCS8lqvIxMUCwH-1" value="">
          <mxGeometry height="100" relative="1" width="100" as="geometry">
            <mxPoint x="229" y="387.5" as="sourcePoint" />
            <mxPoint x="329" y="287.5" as="targetPoint" />
          </mxGeometry>
        </mxCell>
        <mxCell id="mVekMTRCS8lqvIxMUCwH-309" edge="1" parent="1" source="mVekMTRCS8lqvIxMUCwH-188" style="edgeStyle=entityRelationEdgeStyle;fontSize=12;html=1;endArrow=ERmany;startArrow=ERmany;rounded=0;fontFamily=Helvetica;fontColor=default;entryX=0;entryY=0.5;entryDx=0;entryDy=0;exitX=0.5;exitY=0;exitDx=0;exitDy=0;" target="mVekMTRCS8lqvIxMUCwH-266" value="">
          <mxGeometry height="100" relative="1" width="100" as="geometry">
            <mxPoint x="260" y="797.5" as="sourcePoint" />
            <mxPoint x="310" y="592.5" as="targetPoint" />
          </mxGeometry>
        </mxCell>
-         <mxCell id="mVekMTRCS8lqvIxMUCwH-313" edge="1" parent="1" source="mVekMTRCS8lqvIxMUCwH-204" style="edgeStyle=entityRelationEdgeStyle;fontSize=12;html=1;endArrow=ERmany;startArrow=ERmany;rounded=0;fontFamily=Helvetica;fontColor=default;exitX=0.5;exitY=0;exitDx=0;exitDy=0;entryX=1;entryY=0.5;entryDx=0;entryDy=0;" target="mVekMTRCS8lqvIxMUCwH-271" value="">
+         <mxCell id="mVekMTRCS8lqvIxMUCwH-313" edge="1" parent="1" source="mVekMTRCS8lqvIxMUCwH-204" style="edgeStyle=entityRelationEdgeStyle;fontSize=12;html=1;endArrow=ERmany;startArrow=ERmany;rounded=0;fontFamily=Helvetica;fontColor=default;exitX=0;exitY=0.5;exitDx=0;exitDy=0;entryX=1;entryY=0.5;entryDx=0;entryDy=0;" target="mVekMTRCS8lqvIxMUCwH-271" value="">
          <mxGeometry height="100" relative="1" width="100" as="geometry">
            <mxPoint x="440" y="877.5" as="sourcePoint" />
            <mxPoint x="370" y="672.5" as="targetPoint" />
          </mxGeometry>
        </mxCell>
        <mxCell id="mVekMTRCS8lqvIxMUCwH-314" edge="1" parent="1" source="mVekMTRCS8lqvIxMUCwH-244" style="endArrow=none;html=1;rounded=0;fontFamily=Helvetica;fontSize=12;fontColor=default;entryX=0;entryY=0.5;entryDx=0;entryDy=0;exitX=0.5;exitY=0;exitDx=0;exitDy=0;" target="mVekMTRCS8lqvIxMUCwH-256" value="">
          <mxGeometry relative="1" as="geometry">
            <mxPoint x="460" y="453.57" as="sourcePoint" />
            <mxPoint x="619" y="385.07" as="targetPoint" />
          </mxGeometry>
        </mxCell>
        <mxCell id="mVekMTRCS8lqvIxMUCwH-315" edge="1" parent="1" source="mVekMTRCS8lqvIxMUCwH-140" style="edgeStyle=entityRelationEdgeStyle;fontSize=12;html=1;endArrow=ERmany;startArrow=ERmany;rounded=0;fontFamily=Helvetica;fontColor=default;entryX=1;entryY=0.5;entryDx=0;entryDy=0;exitX=0;exitY=0;exitDx=0;exitDy=0;" target="mVekMTRCS8lqvIxMUCwH-244" value="">
          <mxGeometry height="100" relative="1" width="100" as="geometry">
            <mxPoint x="670" y="405.07" as="sourcePoint" />
            <mxPoint x="540" y="380.07" as="targetPoint" />
          </mxGeometry>
        </mxCell>
        <mxCell id="mVekMTRCS8lqvIxMUCwH-316" edge="1" parent="1" source="mVekMTRCS8lqvIxMUCwH-244" style="edgeStyle=entityRelationEdgeStyle;fontSize=12;html=1;endArrow=ERmany;startArrow=ERmany;rounded=0;fontFamily=Helvetica;fontColor=default;entryX=1;entryY=1;entryDx=0;entryDy=0;exitX=0;exitY=0.5;exitDx=0;exitDy=0;" target="mVekMTRCS8lqvIxMUCwH-1" value="">
          <mxGeometry height="100" relative="1" width="100" as="geometry">
            <mxPoint x="580" y="323" as="sourcePoint" />
            <mxPoint x="500" y="310" as="targetPoint" />
          </mxGeometry>
        </mxCell>
        <mxCell id="mVekMTRCS8lqvIxMUCwH-317" edge="1" parent="1" source="mVekMTRCS8lqvIxMUCwH-156" style="edgeStyle=entityRelationEdgeStyle;fontSize=12;html=1;endArrow=ERmany;startArrow=ERmany;rounded=0;fontFamily=Helvetica;fontColor=default;entryX=0;entryY=0.5;entryDx=0;entryDy=0;exitX=1;exitY=1;exitDx=0;exitDy=0;" target="mVekMTRCS8lqvIxMUCwH-258" value="">
          <mxGeometry height="100" relative="1" width="100" as="geometry">
            <mxPoint x="490" y="307" as="sourcePoint" />
            <mxPoint x="410" y="240" as="targetPoint" />
          </mxGeometry>
        </mxCell>
        <mxCell id="mVekMTRCS8lqvIxMUCwH-320" edge="1" parent="1" style="edgeStyle=entityRelationEdgeStyle;fontSize=12;html=1;endArrow=ERmany;startArrow=ERmany;rounded=0;fontFamily=Helvetica;fontColor=default;entryX=0.5;entryY=0;entryDx=0;entryDy=0;" target="mVekMTRCS8lqvIxMUCwH-1" value="">
          <mxGeometry height="100" relative="1" width="100" as="geometry">
            <mxPoint x="410" y="133" as="sourcePoint" />
            <mxPoint x="330" y="190" as="targetPoint" />
          </mxGeometry>
        </mxCell>
        <mxCell id="mVekMTRCS8lqvIxMUCwH-325" edge="1" parent="1" source="mVekMTRCS8lqvIxMUCwH-1" style="edgeStyle=entityRelationEdgeStyle;fontSize=12;html=1;endArrow=ERmany;startArrow=ERmany;rounded=0;fontFamily=Helvetica;fontColor=default;exitX=0.5;exitY=1;exitDx=0;exitDy=0;entryX=0;entryY=0.5;entryDx=0;entryDy=0;" target="mVekMTRCS8lqvIxMUCwH-271" value="">
          <mxGeometry height="100" relative="1" width="100" as="geometry">
            <mxPoint x="390" y="296.5" as="sourcePoint" />
            <mxPoint x="334" y="390" as="targetPoint" />
          </mxGeometry>
        </mxCell>
        <mxCell id="mVekMTRCS8lqvIxMUCwH-326" edge="1" parent="1" source="mVekMTRCS8lqvIxMUCwH-271" style="endArrow=none;html=1;rounded=0;fontFamily=Helvetica;fontSize=12;fontColor=default;entryX=0;entryY=0.5;entryDx=0;entryDy=0;exitX=0.5;exitY=0;exitDx=0;exitDy=0;" target="mVekMTRCS8lqvIxMUCwH-274" value="">
          <mxGeometry relative="1" as="geometry">
            <mxPoint x="403" y="650" as="sourcePoint" />
            <mxPoint x="493" y="630" as="targetPoint" />
          </mxGeometry>
        </mxCell>
        <mxCell id="mVekMTRCS8lqvIxMUCwH-328" edge="1" parent="1" source="mVekMTRCS8lqvIxMUCwH-1" style="edgeStyle=entityRelationEdgeStyle;fontSize=12;html=1;endArrow=ERmany;startArrow=ERmany;rounded=0;fontFamily=Helvetica;fontColor=default;entryX=1;entryY=0.5;entryDx=0;entryDy=0;exitX=0;exitY=0.25;exitDx=0;exitDy=0;" target="mVekMTRCS8lqvIxMUCwH-285" value="">
          <mxGeometry height="100" relative="1" width="100" as="geometry">
            <mxPoint x="260" y="190" as="sourcePoint" />
            <mxPoint x="180" y="177" as="targetPoint" />
          </mxGeometry>
        </mxCell>
        <mxCell id="mVekMTRCS8lqvIxMUCwH-329" edge="1" parent="1" source="mVekMTRCS8lqvIxMUCwH-172" style="edgeStyle=entityRelationEdgeStyle;fontSize=12;html=1;endArrow=ERmany;startArrow=ERmany;rounded=0;fontFamily=Helvetica;fontColor=default;entryX=0;entryY=0.5;entryDx=0;entryDy=0;exitX=0.5;exitY=0;exitDx=0;exitDy=0;" target="mVekMTRCS8lqvIxMUCwH-285" value="">
          <mxGeometry height="100" relative="1" width="100" as="geometry">
            <mxPoint x="120" y="257.5" as="sourcePoint" />
            <mxPoint x="40" y="244.5" as="targetPoint" />
          </mxGeometry>
        </mxCell>
        <mxCell id="mVekMTRCS8lqvIxMUCwH-332" edge="1" parent="1" source="mVekMTRCS8lqvIxMUCwH-266" style="endArrow=none;html=1;rounded=0;fontFamily=Helvetica;fontSize=12;fontColor=default;entryX=0.5;entryY=1;entryDx=0;entryDy=0;exitX=0.5;exitY=0;exitDx=0;exitDy=0;" target="mVekMTRCS8lqvIxMUCwH-269" value="">
          <mxGeometry relative="1" as="geometry">
            <mxPoint x="85" y="520" as="sourcePoint" />
            <mxPoint x="175" y="500" as="targetPoint" />
          </mxGeometry>
        </mxCell>
        <mxCell id="mVekMTRCS8lqvIxMUCwH-1" collapsed="1" parent="1" style="shape=table;startSize=33;container=1;collapsible=1;childLayout=tableLayout;fixedRows=1;rowLines=0;fontStyle=1;align=center;resizeLast=1;html=1;fillColor=#a20025;fontColor=#ffffff;strokeColor=#6F0000;" value="Duckies" vertex="1">
-           <mxGeometry height="30" width="80" x="299" y="300" as="geometry">
-             <mxRectangle height="283" width="202" x="374" y="290" as="alternateBounds" />
+           <mxGeometry height="30" width="80" x="270" y="297.5" as="geometry">
+             <mxRectangle height="283" width="202" x="299" y="300" as="alternateBounds" />
          </mxGeometry>
        </mxCell>
        <mxCell id="mVekMTRCS8lqvIxMUCwH-2" parent="mVekMTRCS8lqvIxMUCwH-1" style="shape=tableRow;horizontal=0;startSize=0;swimlaneHead=0;swimlaneBody=0;fillColor=none;collapsible=0;dropTarget=0;points=[[0,0.5],[1,0.5]];portConstraint=eastwest;top=0;left=0;right=0;bottom=1;" value="" vertex="1">
          <mxGeometry height="30" width="202" y="33" as="geometry" />
        </mxCell>
        <mxCell id="mVekMTRCS8lqvIxMUCwH-3" parent="mVekMTRCS8lqvIxMUCwH-2" style="shape=partialRectangle;connectable=0;fillColor=none;top=0;left=0;bottom=0;right=0;fontStyle=1;overflow=hidden;whiteSpace=wrap;html=1;" value="int" vertex="1">
          <mxGeometry height="30" width="46" as="geometry">
            <mxRectangle height="30" width="46" as="alternateBounds" />
          </mxGeometry>
        </mxCell>
        <mxCell id="mVekMTRCS8lqvIxMUCwH-4" parent="mVekMTRCS8lqvIxMUCwH-2" style="shape=partialRectangle;connectable=0;fillColor=none;top=0;left=0;bottom=0;right=0;align=left;spacingLeft=6;fontStyle=5;overflow=hidden;whiteSpace=wrap;html=1;" value="id_duckie (pk)" vertex="1">
          <mxGeometry height="30" width="156" x="46" as="geometry">
            <mxRectangle height="30" width="156" as="alternateBounds" />
          </mxGeometry>
        </mxCell>
        <mxCell id="mVekMTRCS8lqvIxMUCwH-5" parent="mVekMTRCS8lqvIxMUCwH-1" style="shape=tableRow;horizontal=0;startSize=0;swimlaneHead=0;swimlaneBody=0;fillColor=none;collapsible=0;dropTarget=0;points=[[0,0.5],[1,0.5]];portConstraint=eastwest;top=0;left=0;right=0;bottom=0;" value="" vertex="1">
          <mxGeometry height="30" width="202" y="63" as="geometry" />
        </mxCell>
        <mxCell id="mVekMTRCS8lqvIxMUCwH-6" parent="mVekMTRCS8lqvIxMUCwH-5" style="shape=partialRectangle;connectable=0;fillColor=none;top=0;left=0;bottom=0;right=0;editable=1;overflow=hidden;whiteSpace=wrap;html=1;" value="string" vertex="1">
          <mxGeometry height="30" width="46" as="geometry">
            <mxRectangle height="30" width="46" as="alternateBounds" />
          </mxGeometry>
        </mxCell>
        <mxCell id="mVekMTRCS8lqvIxMUCwH-7" parent="mVekMTRCS8lqvIxMUCwH-5" style="shape=partialRectangle;connectable=0;fillColor=none;top=0;left=0;bottom=0;right=0;align=left;spacingLeft=6;overflow=hidden;whiteSpace=wrap;html=1;" value="nombre" vertex="1">
          <mxGeometry height="30" width="156" x="46" as="geometry">
            <mxRectangle height="30" width="156" as="alternateBounds" />
          </mxGeometry>
        </mxCell>
        <mxCell id="mVekMTRCS8lqvIxMUCwH-8" parent="mVekMTRCS8lqvIxMUCwH-1" style="shape=tableRow;horizontal=0;startSize=0;swimlaneHead=0;swimlaneBody=0;fillColor=none;collapsible=0;dropTarget=0;points=[[0,0.5],[1,0.5]];portConstraint=eastwest;top=0;left=0;right=0;bottom=0;" value="" vertex="1">
          <mxGeometry height="30" width="202" y="93" as="geometry" />
        </mxCell>
        <mxCell id="mVekMTRCS8lqvIxMUCwH-9" parent="mVekMTRCS8lqvIxMUCwH-8" style="shape=partialRectangle;connectable=0;fillColor=none;top=0;left=0;bottom=0;right=0;editable=1;overflow=hidden;whiteSpace=wrap;html=1;" value="string" vertex="1">
          <mxGeometry height="30" width="46" as="geometry">
            <mxRectangle height="30" width="46" as="alternateBounds" />
          </mxGeometry>
        </mxCell>
        <mxCell id="mVekMTRCS8lqvIxMUCwH-10" parent="mVekMTRCS8lqvIxMUCwH-8" style="shape=partialRectangle;connectable=0;fillColor=none;top=0;left=0;bottom=0;right=0;align=left;spacingLeft=6;overflow=hidden;whiteSpace=wrap;html=1;" value="color" vertex="1">
          <mxGeometry height="30" width="156" x="46" as="geometry">
            <mxRectangle height="30" width="156" as="alternateBounds" />
          </mxGeometry>
        </mxCell>
        <mxCell id="mVekMTRCS8lqvIxMUCwH-11" parent="mVekMTRCS8lqvIxMUCwH-1" style="shape=tableRow;horizontal=0;startSize=0;swimlaneHead=0;swimlaneBody=0;fillColor=none;collapsible=0;dropTarget=0;points=[[0,0.5],[1,0.5]];portConstraint=eastwest;top=0;left=0;right=0;bottom=0;" value="" vertex="1">
          <mxGeometry height="40" width="202" y="123" as="geometry" />
        </mxCell>
        <mxCell id="mVekMTRCS8lqvIxMUCwH-12" parent="mVekMTRCS8lqvIxMUCwH-11" style="shape=partialRectangle;connectable=0;fillColor=none;top=0;left=0;bottom=0;right=0;editable=1;overflow=hidden;whiteSpace=wrap;html=1;" value="int" vertex="1">
          <mxGeometry height="40" width="46" as="geometry">
            <mxRectangle height="40" width="46" as="alternateBounds" />
          </mxGeometry>
        </mxCell>
        <mxCell id="mVekMTRCS8lqvIxMUCwH-13" parent="mVekMTRCS8lqvIxMUCwH-11" style="shape=partialRectangle;connectable=0;fillColor=none;top=0;left=0;bottom=0;right=0;align=left;spacingLeft=6;overflow=hidden;whiteSpace=wrap;html=1;" value="&lt;li data-start=&quot;273&quot; data-end=&quot;299&quot;&gt;nivel_poder ⚠ (1–9999)&lt;/li&gt;" vertex="1">
          <mxGeometry height="40" width="156" x="46" as="geometry">
            <mxRectangle height="40" width="156" as="alternateBounds" />
          </mxGeometry>
        </mxCell>
        <mxCell id="mVekMTRCS8lqvIxMUCwH-114" parent="mVekMTRCS8lqvIxMUCwH-1" style="shape=tableRow;horizontal=0;startSize=0;swimlaneHead=0;swimlaneBody=0;fillColor=none;collapsible=0;dropTarget=0;points=[[0,0.5],[1,0.5]];portConstraint=eastwest;top=0;left=0;right=0;bottom=0;" value="" vertex="1">
          <mxGeometry height="40" width="202" y="163" as="geometry" />
        </mxCell>
        <mxCell id="mVekMTRCS8lqvIxMUCwH-115" parent="mVekMTRCS8lqvIxMUCwH-114" style="shape=partialRectangle;connectable=0;fillColor=none;top=0;left=0;bottom=0;right=0;editable=1;overflow=hidden;whiteSpace=wrap;html=1;" value="int" vertex="1">
          <mxGeometry height="40" width="46" as="geometry">
            <mxRectangle height="40" width="46" as="alternateBounds" />
          </mxGeometry>
        </mxCell>
        <mxCell id="mVekMTRCS8lqvIxMUCwH-116" parent="mVekMTRCS8lqvIxMUCwH-114" style="shape=partialRectangle;connectable=0;fillColor=none;top=0;left=0;bottom=0;right=0;align=left;spacingLeft=6;overflow=hidden;whiteSpace=wrap;html=1;" value="&lt;li data-start=&quot;300&quot; data-end=&quot;319&quot;&gt;energia ⚠ (≥ 0)&lt;/li&gt;" vertex="1">
          <mxGeometry height="40" width="156" x="46" as="geometry">
            <mxRectangle height="40" width="156" as="alternateBounds" />
          </mxGeometry>
        </mxCell>
        <mxCell id="mVekMTRCS8lqvIxMUCwH-117" parent="mVekMTRCS8lqvIxMUCwH-1" style="shape=tableRow;horizontal=0;startSize=0;swimlaneHead=0;swimlaneBody=0;fillColor=none;collapsible=0;dropTarget=0;points=[[0,0.5],[1,0.5]];portConstraint=eastwest;top=0;left=0;right=0;bottom=0;" value="" vertex="1">
          <mxGeometry height="40" width="202" y="203" as="geometry" />
        </mxCell>
        <mxCell id="mVekMTRCS8lqvIxMUCwH-118" parent="mVekMTRCS8lqvIxMUCwH-117" style="shape=partialRectangle;connectable=0;fillColor=none;top=0;left=0;bottom=0;right=0;editable=1;overflow=hidden;whiteSpace=wrap;html=1;" value="date" vertex="1">
          <mxGeometry height="40" width="46" as="geometry">
            <mxRectangle height="40" width="46" as="alternateBounds" />
          </mxGeometry>
        </mxCell>
        <mxCell id="mVekMTRCS8lqvIxMUCwH-119" parent="mVekMTRCS8lqvIxMUCwH-117" style="shape=partialRectangle;connectable=0;fillColor=none;top=0;left=0;bottom=0;right=0;align=left;spacingLeft=6;overflow=hidden;whiteSpace=wrap;html=1;" value="&lt;li data-start=&quot;320&quot; data-end=&quot;340&quot;&gt;fecha_nacimiento&lt;/li&gt;" vertex="1">
          <mxGeometry height="40" width="156" x="46" as="geometry">
            <mxRectangle height="40" width="156" as="alternateBounds" />
          </mxGeometry>
        </mxCell>
        <mxCell id="mVekMTRCS8lqvIxMUCwH-120" parent="mVekMTRCS8lqvIxMUCwH-1" style="shape=tableRow;horizontal=0;startSize=0;swimlaneHead=0;swimlaneBody=0;fillColor=none;collapsible=0;dropTarget=0;points=[[0,0.5],[1,0.5]];portConstraint=eastwest;top=0;left=0;right=0;bottom=0;" value="" vertex="1">
          <mxGeometry height="40" width="202" y="243" as="geometry" />
        </mxCell>
        <mxCell id="mVekMTRCS8lqvIxMUCwH-121" parent="mVekMTRCS8lqvIxMUCwH-120" style="shape=partialRectangle;connectable=0;fillColor=none;top=0;left=0;bottom=0;right=0;editable=1;overflow=hidden;whiteSpace=wrap;html=1;" value="string" vertex="1">
          <mxGeometry height="40" width="46" as="geometry">
            <mxRectangle height="40" width="46" as="alternateBounds" />
          </mxGeometry>
        </mxCell>
        <mxCell id="mVekMTRCS8lqvIxMUCwH-122" parent="mVekMTRCS8lqvIxMUCwH-120" style="shape=partialRectangle;connectable=0;fillColor=none;top=0;left=0;bottom=0;right=0;align=left;spacingLeft=6;overflow=hidden;whiteSpace=wrap;html=1;" value="&lt;li data-start=&quot;320&quot; data-end=&quot;340&quot;&gt;&lt;span style=&quot;background-color: transparent; color: light-dark(rgb(0, 0, 0), rgb(255, 255, 255));&quot;&gt;tipo_duckie&lt;/span&gt;&lt;/li&gt;" vertex="1">
          <mxGeometry height="40" width="156" x="46" as="geometry">
            <mxRectangle height="40" width="156" as="alternateBounds" />
          </mxGeometry>
        </mxCell>
        <mxCell id="mVekMTRCS8lqvIxMUCwH-333" edge="1" parent="1" source="mVekMTRCS8lqvIxMUCwH-258" style="endArrow=none;html=1;rounded=0;fontFamily=Helvetica;fontSize=12;fontColor=default;entryX=0.312;entryY=1.005;entryDx=0;entryDy=0;exitX=0.5;exitY=0;exitDx=0;exitDy=0;entryPerimeter=0;" target="mVekMTRCS8lqvIxMUCwH-261" value="">
          <mxGeometry relative="1" as="geometry">
            <mxPoint x="424" y="100" as="sourcePoint" />
            <mxPoint x="514" y="80" as="targetPoint" />
          </mxGeometry>
        </mxCell>
        <mxCell id="mVekMTRCS8lqvIxMUCwH-334" edge="1" parent="1" source="mVekMTRCS8lqvIxMUCwH-290" style="endArrow=none;html=1;rounded=0;fontFamily=Helvetica;fontSize=12;fontColor=default;exitX=1;exitY=0.5;exitDx=0;exitDy=0;entryX=0.5;entryY=0;entryDx=0;entryDy=0;" target="mVekMTRCS8lqvIxMUCwH-285" value="">
          <mxGeometry relative="1" as="geometry">
            <Array as="points">
              <mxPoint x="110" y="190" />
            </Array>
            <mxPoint x="100" y="180" as="sourcePoint" />
            <mxPoint x="140" y="200" as="targetPoint" />
          </mxGeometry>
        </mxCell>
        <mxCell id="mVekMTRCS8lqvIxMUCwH-335" edge="1" parent="1" source="mVekMTRCS8lqvIxMUCwH-233" style="endArrow=none;html=1;rounded=0;fontFamily=Helvetica;fontSize=12;fontColor=default;entryX=0.5;entryY=1;entryDx=0;entryDy=0;exitX=0.5;exitY=0;exitDx=0;exitDy=0;" target="mVekMTRCS8lqvIxMUCwH-239" value="">
          <mxGeometry relative="1" as="geometry">
            <mxPoint x="580" y="162.5" as="sourcePoint" />
            <mxPoint x="615" y="102.5" as="targetPoint" />
          </mxGeometry>
        </mxCell>
      </root>
    </mxGraphModel>
  </diagram>
</mxfile>
